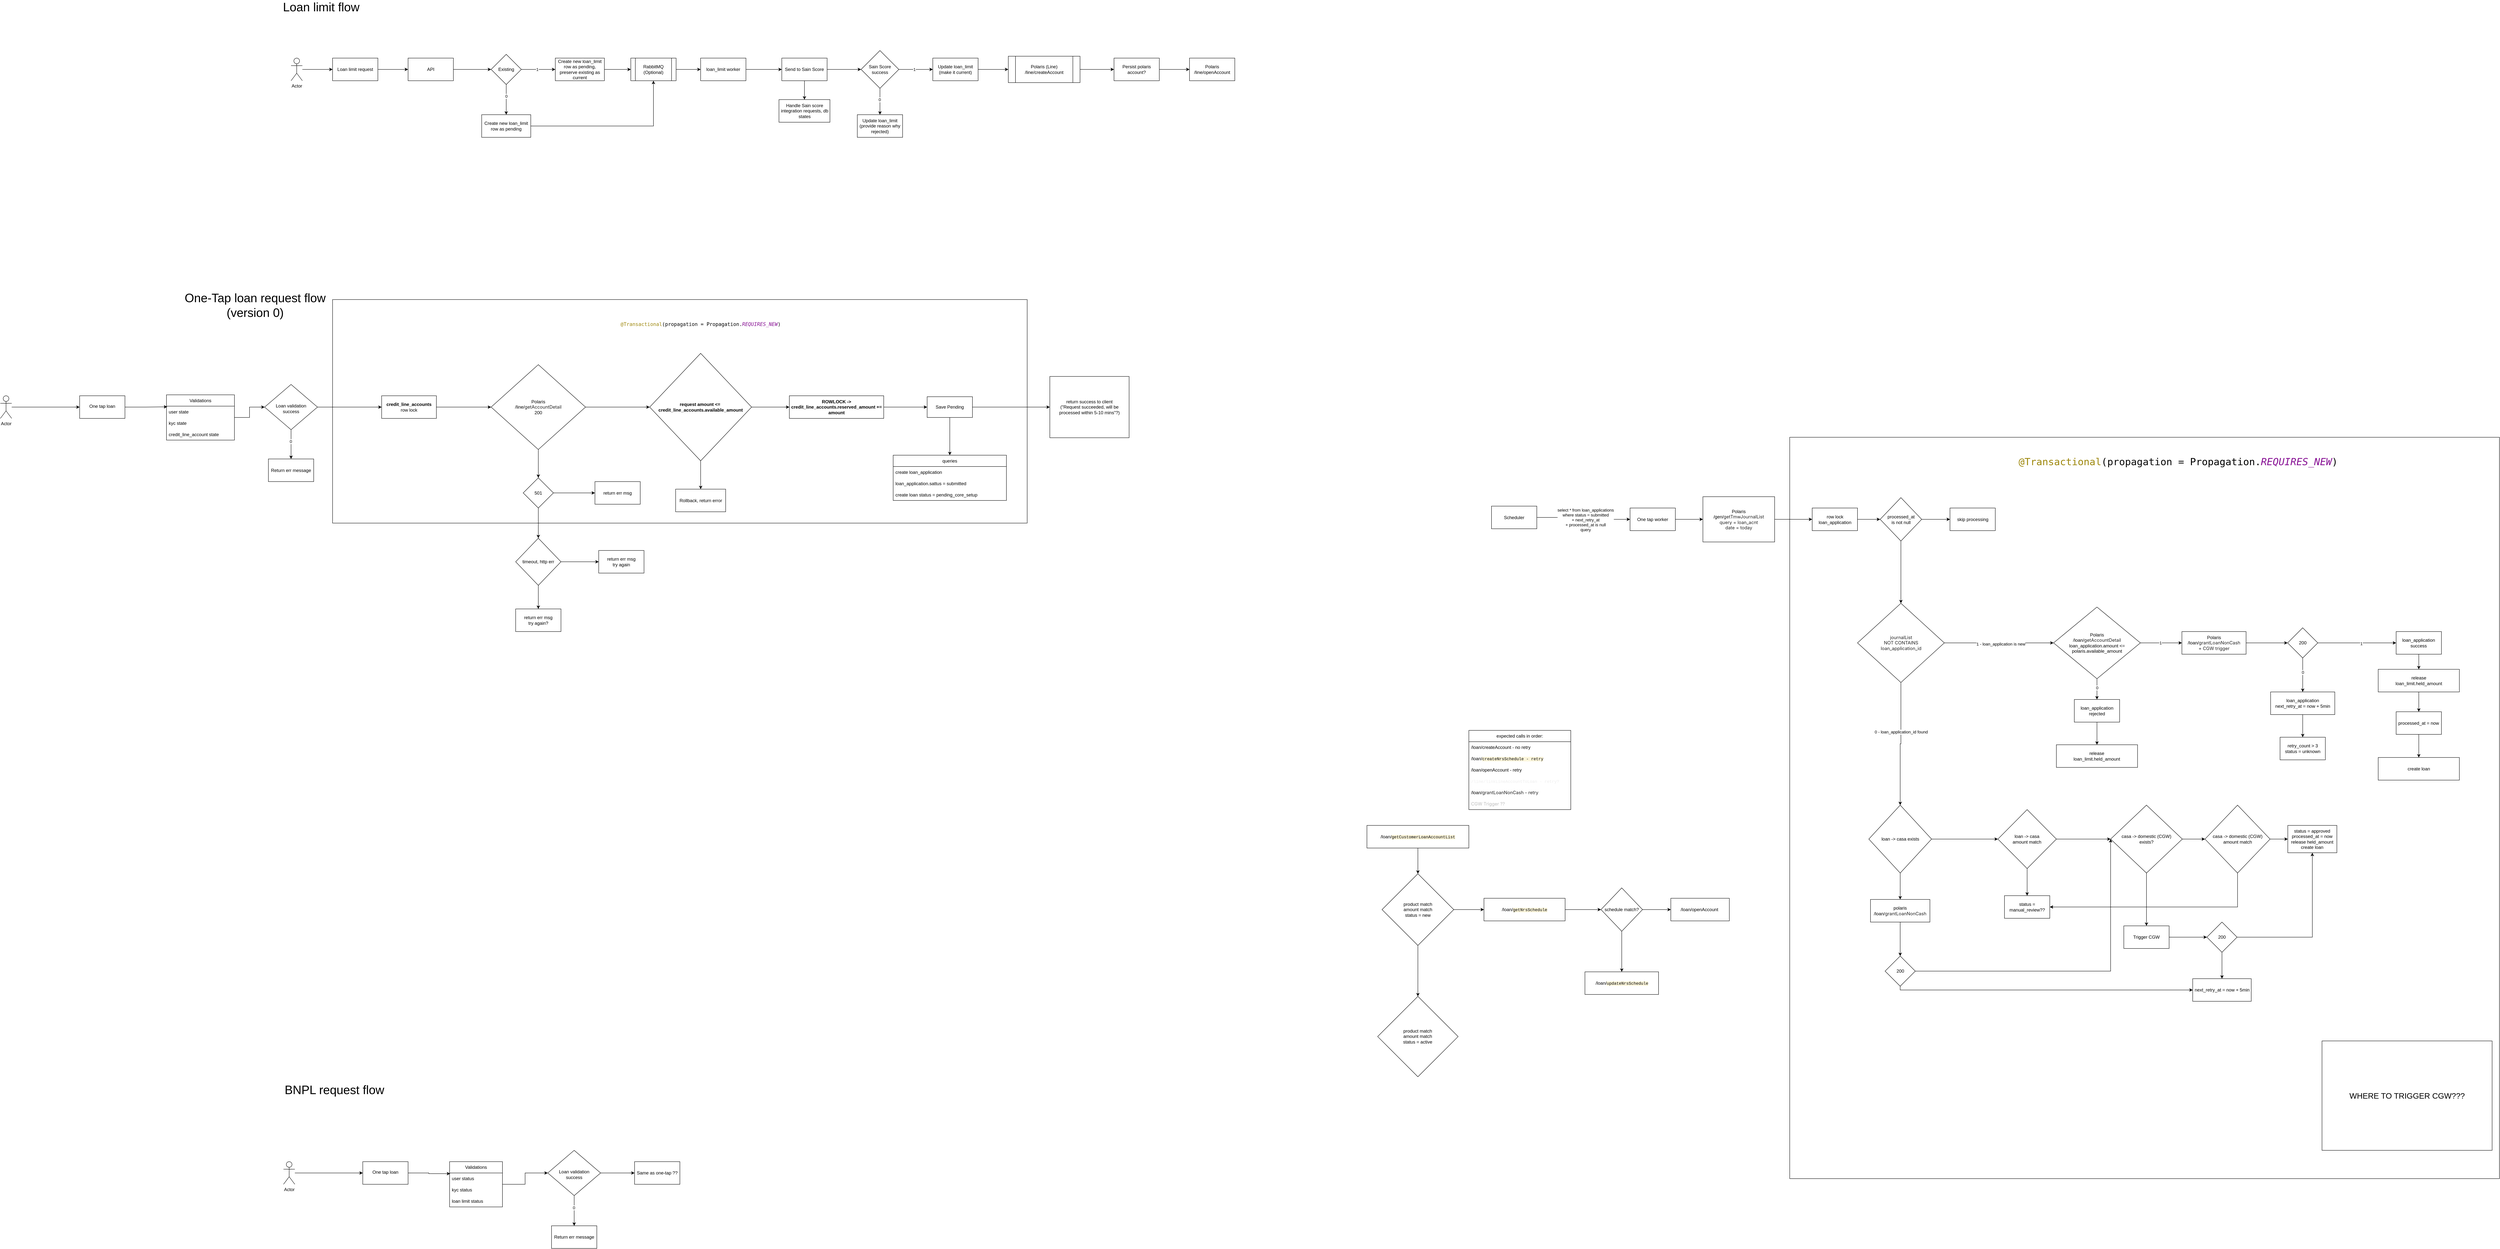
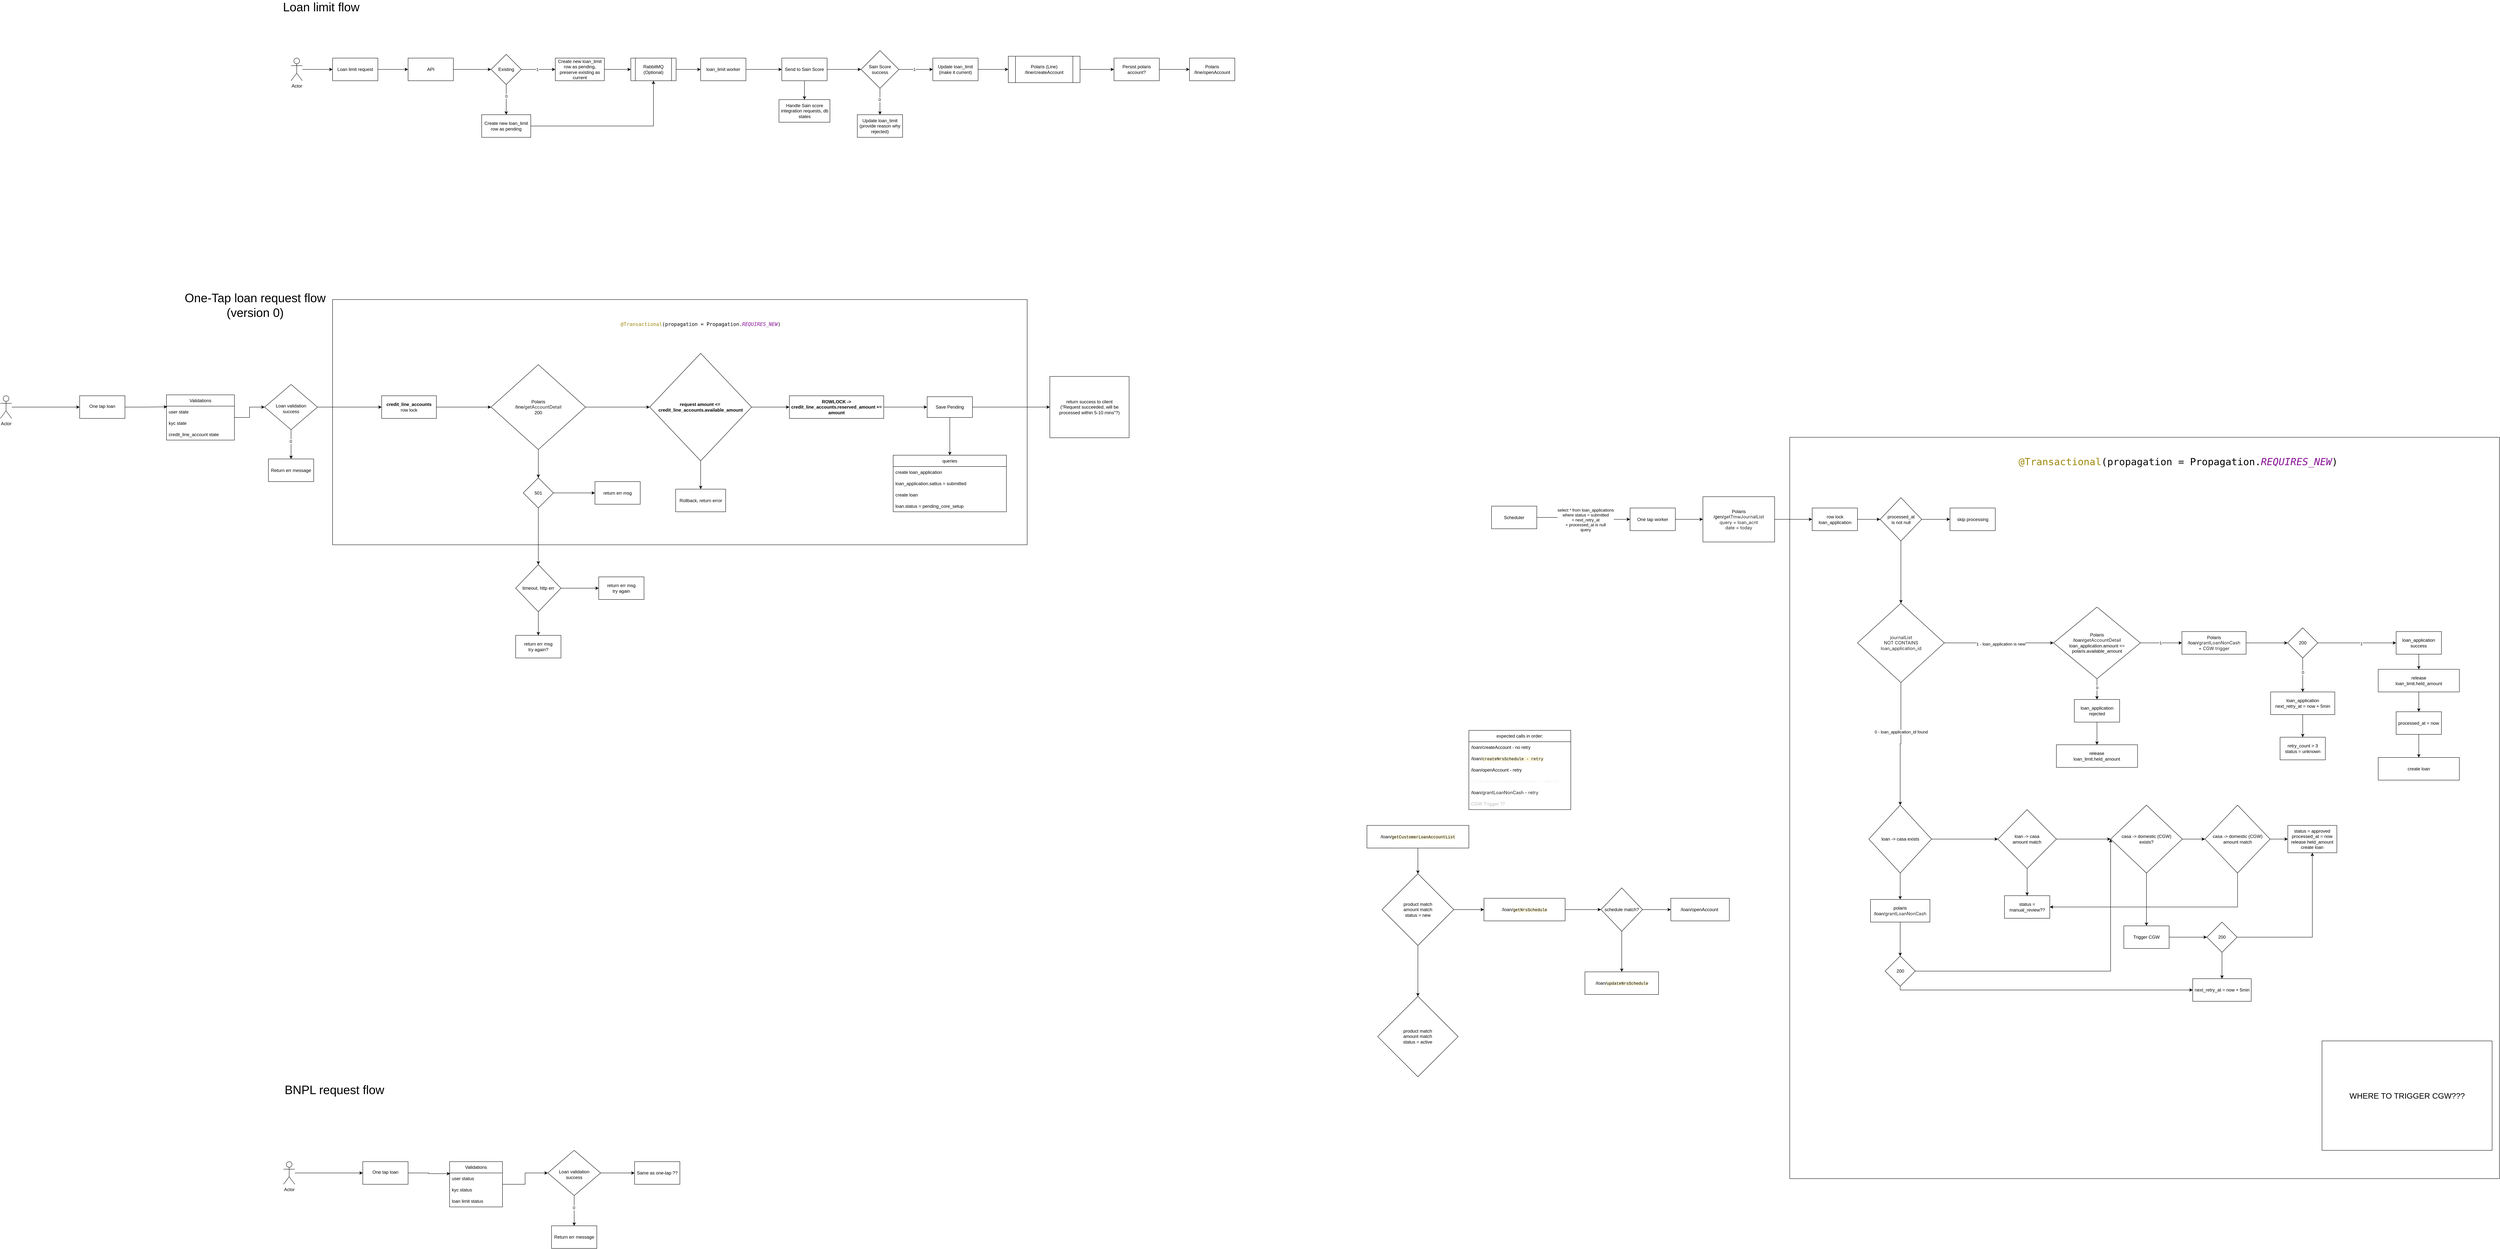
<mxfile host="app.diagrams.net">
  <diagram name="Page-1" id="VCBSuIh8bz7kurrQ0Zaz">
-     <mxGraphModel dx="2067" dy="712" grid="1" gridSize="10" guides="1" tooltips="1" connect="1" arrows="1" fold="1" page="1" pageScale="1" pageWidth="850" pageHeight="1100" math="0" shadow="0">
+     <mxGraphModel dx="2763" dy="1119" grid="1" gridSize="10" guides="1" tooltips="1" connect="1" arrows="1" fold="1" page="1" pageScale="1" pageWidth="850" pageHeight="1100" math="0" shadow="0">
      <root>
        <mxCell id="0" />
        <mxCell id="1" parent="0" />
        <mxCell id="In8fDh9ZLN2M87an2Miy-188" parent="1" style="rounded=0;whiteSpace=wrap;html=1;movable=0;resizable=0;rotatable=0;deletable=0;editable=0;locked=1;connectable=0;" value="" vertex="1">
          <mxGeometry height="1965" width="1880" x="4010" y="1215" as="geometry" />
        </mxCell>
-         <mxCell id="In8fDh9ZLN2M87an2Miy-172" parent="1" style="rounded=0;whiteSpace=wrap;html=1;movable=0;resizable=0;rotatable=0;deletable=0;editable=0;locked=1;connectable=0;" value="" vertex="1">
-           <mxGeometry height="592.5" width="1840" x="150" y="850" as="geometry" />
+         <mxCell id="In8fDh9ZLN2M87an2Miy-172" parent="1" style="rounded=0;whiteSpace=wrap;html=1;movable=1;resizable=1;rotatable=1;deletable=1;editable=1;locked=0;connectable=1;" value="" vertex="1">
+           <mxGeometry height="650" width="1840" x="150" y="850" as="geometry" />
        </mxCell>
        <mxCell id="KqixbsF9o6dLofBvsG9t-5" edge="1" parent="1" source="KqixbsF9o6dLofBvsG9t-1" style="edgeStyle=orthogonalEdgeStyle;rounded=0;orthogonalLoop=1;jettySize=auto;html=1;" target="KqixbsF9o6dLofBvsG9t-4" value="">
          <mxGeometry relative="1" as="geometry" />
        </mxCell>
        <mxCell id="KqixbsF9o6dLofBvsG9t-1" parent="1" style="rounded=0;whiteSpace=wrap;html=1;" value="Loan limit request" vertex="1">
          <mxGeometry height="60" width="120" x="150" y="210" as="geometry" />
        </mxCell>
        <mxCell id="KqixbsF9o6dLofBvsG9t-3" edge="1" parent="1" source="KqixbsF9o6dLofBvsG9t-2" style="edgeStyle=orthogonalEdgeStyle;rounded=0;orthogonalLoop=1;jettySize=auto;html=1;" target="KqixbsF9o6dLofBvsG9t-1" value="">
          <mxGeometry relative="1" as="geometry" />
        </mxCell>
        <mxCell id="KqixbsF9o6dLofBvsG9t-2" parent="1" style="shape=umlActor;verticalLabelPosition=bottom;verticalAlign=top;html=1;outlineConnect=0;" value="Actor" vertex="1">
          <mxGeometry height="60" width="30" x="40" y="210" as="geometry" />
        </mxCell>
        <mxCell id="KqixbsF9o6dLofBvsG9t-9" edge="1" parent="1" source="KqixbsF9o6dLofBvsG9t-4" style="edgeStyle=orthogonalEdgeStyle;rounded=0;orthogonalLoop=1;jettySize=auto;html=1;" target="KqixbsF9o6dLofBvsG9t-8" value="">
          <mxGeometry relative="1" as="geometry" />
        </mxCell>
        <mxCell id="KqixbsF9o6dLofBvsG9t-4" parent="1" style="rounded=0;whiteSpace=wrap;html=1;" value="API" vertex="1">
          <mxGeometry height="60" width="120" x="350" y="210" as="geometry" />
        </mxCell>
        <mxCell id="KqixbsF9o6dLofBvsG9t-11" edge="1" parent="1" source="KqixbsF9o6dLofBvsG9t-8" style="edgeStyle=orthogonalEdgeStyle;rounded=0;orthogonalLoop=1;jettySize=auto;html=1;" target="KqixbsF9o6dLofBvsG9t-10" value="">
          <mxGeometry relative="1" as="geometry" />
        </mxCell>
        <mxCell id="KqixbsF9o6dLofBvsG9t-12" connectable="0" parent="KqixbsF9o6dLofBvsG9t-11" style="edgeLabel;html=1;align=center;verticalAlign=middle;resizable=0;points=[];" value="1" vertex="1">
          <mxGeometry relative="1" x="-0.079" as="geometry">
            <mxPoint as="offset" />
          </mxGeometry>
        </mxCell>
        <mxCell id="KqixbsF9o6dLofBvsG9t-14" edge="1" parent="1" source="KqixbsF9o6dLofBvsG9t-8" style="edgeStyle=orthogonalEdgeStyle;rounded=0;orthogonalLoop=1;jettySize=auto;html=1;" target="KqixbsF9o6dLofBvsG9t-13" value="">
          <mxGeometry relative="1" as="geometry" />
        </mxCell>
        <mxCell id="KqixbsF9o6dLofBvsG9t-15" connectable="0" parent="KqixbsF9o6dLofBvsG9t-14" style="edgeLabel;html=1;align=center;verticalAlign=middle;resizable=0;points=[];" value="0" vertex="1">
          <mxGeometry relative="1" x="-0.2407" as="geometry">
            <mxPoint as="offset" />
          </mxGeometry>
        </mxCell>
        <mxCell id="KqixbsF9o6dLofBvsG9t-8" parent="1" style="rhombus;whiteSpace=wrap;html=1;rounded=0;" value="Existing" vertex="1">
          <mxGeometry height="80" width="80" x="570" y="200" as="geometry" />
        </mxCell>
        <mxCell id="KqixbsF9o6dLofBvsG9t-23" edge="1" parent="1" source="KqixbsF9o6dLofBvsG9t-10" style="edgeStyle=orthogonalEdgeStyle;rounded=0;orthogonalLoop=1;jettySize=auto;html=1;" target="KqixbsF9o6dLofBvsG9t-22" value="">
          <mxGeometry relative="1" as="geometry" />
        </mxCell>
        <mxCell id="KqixbsF9o6dLofBvsG9t-10" parent="1" style="whiteSpace=wrap;html=1;rounded=0;" value="Create new loan_limit row as pending, preserve existing as current" vertex="1">
          <mxGeometry height="60" width="130" x="740" y="210" as="geometry" />
        </mxCell>
        <mxCell id="KqixbsF9o6dLofBvsG9t-26" edge="1" parent="1" source="KqixbsF9o6dLofBvsG9t-13" style="edgeStyle=orthogonalEdgeStyle;rounded=0;orthogonalLoop=1;jettySize=auto;html=1;entryX=0.5;entryY=1;entryDx=0;entryDy=0;" target="KqixbsF9o6dLofBvsG9t-22">
          <mxGeometry relative="1" as="geometry" />
        </mxCell>
        <mxCell id="KqixbsF9o6dLofBvsG9t-13" parent="1" style="whiteSpace=wrap;html=1;rounded=0;" value="Create new loan_limit row as pending" vertex="1">
          <mxGeometry height="60" width="130" x="545" y="360" as="geometry" />
        </mxCell>
        <mxCell id="KqixbsF9o6dLofBvsG9t-25" edge="1" parent="1" source="KqixbsF9o6dLofBvsG9t-22" style="edgeStyle=orthogonalEdgeStyle;rounded=0;orthogonalLoop=1;jettySize=auto;html=1;" target="KqixbsF9o6dLofBvsG9t-24" value="">
          <mxGeometry relative="1" as="geometry" />
        </mxCell>
        <mxCell id="KqixbsF9o6dLofBvsG9t-22" parent="1" style="shape=process;whiteSpace=wrap;html=1;backgroundOutline=1;rounded=0;" value="RabbitMQ (Optional)" vertex="1">
          <mxGeometry height="60" width="120" x="940" y="210" as="geometry" />
        </mxCell>
        <mxCell id="KqixbsF9o6dLofBvsG9t-28" edge="1" parent="1" source="KqixbsF9o6dLofBvsG9t-24" style="edgeStyle=orthogonalEdgeStyle;rounded=0;orthogonalLoop=1;jettySize=auto;html=1;" target="KqixbsF9o6dLofBvsG9t-27" value="">
          <mxGeometry relative="1" as="geometry" />
        </mxCell>
        <mxCell id="KqixbsF9o6dLofBvsG9t-24" parent="1" style="whiteSpace=wrap;html=1;rounded=0;" value="loan_limit worker" vertex="1">
          <mxGeometry height="60" width="120" x="1125" y="210" as="geometry" />
        </mxCell>
        <mxCell id="KqixbsF9o6dLofBvsG9t-30" edge="1" parent="1" source="KqixbsF9o6dLofBvsG9t-27" style="edgeStyle=orthogonalEdgeStyle;rounded=0;orthogonalLoop=1;jettySize=auto;html=1;" target="KqixbsF9o6dLofBvsG9t-29" value="">
          <mxGeometry relative="1" as="geometry" />
        </mxCell>
        <mxCell id="KqixbsF9o6dLofBvsG9t-38" edge="1" parent="1" source="KqixbsF9o6dLofBvsG9t-27" style="edgeStyle=orthogonalEdgeStyle;rounded=0;orthogonalLoop=1;jettySize=auto;html=1;" target="KqixbsF9o6dLofBvsG9t-37" value="">
          <mxGeometry relative="1" as="geometry" />
        </mxCell>
        <mxCell id="KqixbsF9o6dLofBvsG9t-27" parent="1" style="whiteSpace=wrap;html=1;rounded=0;" value="Send to Sain Score" vertex="1">
          <mxGeometry height="60" width="120" x="1340" y="210" as="geometry" />
        </mxCell>
        <mxCell id="KqixbsF9o6dLofBvsG9t-32" edge="1" parent="1" source="KqixbsF9o6dLofBvsG9t-29" style="edgeStyle=orthogonalEdgeStyle;rounded=0;orthogonalLoop=1;jettySize=auto;html=1;" target="KqixbsF9o6dLofBvsG9t-31" value="">
          <mxGeometry relative="1" as="geometry" />
        </mxCell>
        <mxCell id="KqixbsF9o6dLofBvsG9t-33" connectable="0" parent="KqixbsF9o6dLofBvsG9t-32" style="edgeLabel;html=1;align=center;verticalAlign=middle;resizable=0;points=[];" value="1" vertex="1">
          <mxGeometry relative="1" x="-0.1048" as="geometry">
            <mxPoint as="offset" />
          </mxGeometry>
        </mxCell>
        <mxCell id="KqixbsF9o6dLofBvsG9t-35" edge="1" parent="1" source="KqixbsF9o6dLofBvsG9t-29" style="edgeStyle=orthogonalEdgeStyle;rounded=0;orthogonalLoop=1;jettySize=auto;html=1;" target="KqixbsF9o6dLofBvsG9t-34" value="">
          <mxGeometry relative="1" as="geometry" />
        </mxCell>
        <mxCell id="KqixbsF9o6dLofBvsG9t-36" connectable="0" parent="KqixbsF9o6dLofBvsG9t-35" style="edgeLabel;html=1;align=center;verticalAlign=middle;resizable=0;points=[];" value="0" vertex="1">
          <mxGeometry relative="1" x="-0.1429" y="-1" as="geometry">
            <mxPoint as="offset" />
          </mxGeometry>
        </mxCell>
        <mxCell id="KqixbsF9o6dLofBvsG9t-29" parent="1" style="rhombus;whiteSpace=wrap;html=1;rounded=0;" value="Sain Score success" vertex="1">
          <mxGeometry height="100" width="100" x="1550" y="190" as="geometry" />
        </mxCell>
        <mxCell id="KqixbsF9o6dLofBvsG9t-66" edge="1" parent="1" source="KqixbsF9o6dLofBvsG9t-31" style="edgeStyle=orthogonalEdgeStyle;rounded=0;orthogonalLoop=1;jettySize=auto;html=1;" target="KqixbsF9o6dLofBvsG9t-65" value="">
          <mxGeometry relative="1" as="geometry" />
        </mxCell>
        <mxCell id="KqixbsF9o6dLofBvsG9t-31" parent="1" style="whiteSpace=wrap;html=1;rounded=0;" value="Update loan_limit (make it current)" vertex="1">
          <mxGeometry height="60" width="120" x="1740" y="210" as="geometry" />
        </mxCell>
        <mxCell id="KqixbsF9o6dLofBvsG9t-34" parent="1" style="whiteSpace=wrap;html=1;rounded=0;" value="Update loan_limit&lt;br&gt;(provide reason why rejected)" vertex="1">
          <mxGeometry height="60" width="120" x="1540" y="360" as="geometry" />
        </mxCell>
        <mxCell id="KqixbsF9o6dLofBvsG9t-37" parent="1" style="whiteSpace=wrap;html=1;rounded=0;" value="Handle Sain score integration requests, db states" vertex="1">
          <mxGeometry height="60" width="135" x="1332.5" y="320" as="geometry" />
        </mxCell>
        <mxCell id="KqixbsF9o6dLofBvsG9t-40" parent="1" style="text;html=1;whiteSpace=wrap;strokeColor=none;fillColor=none;align=center;verticalAlign=middle;rounded=0;fontSize=32;" value="Loan limit flow" vertex="1">
          <mxGeometry height="30" width="260" x="-10" y="60" as="geometry" />
        </mxCell>
        <mxCell id="KqixbsF9o6dLofBvsG9t-74" edge="1" parent="1" source="KqixbsF9o6dLofBvsG9t-65" style="edgeStyle=orthogonalEdgeStyle;rounded=0;orthogonalLoop=1;jettySize=auto;html=1;" target="KqixbsF9o6dLofBvsG9t-73" value="">
          <mxGeometry relative="1" as="geometry" />
        </mxCell>
        <mxCell id="KqixbsF9o6dLofBvsG9t-65" parent="1" style="shape=process;whiteSpace=wrap;html=1;backgroundOutline=1;rounded=0;" value="Polaris (Line)&lt;br&gt;/line/createAccount" vertex="1">
          <mxGeometry height="70" width="190" x="1940" y="205" as="geometry" />
        </mxCell>
        <mxCell id="P7TJZT1PVnBYbLh7lMs1-4" edge="1" parent="1" source="KqixbsF9o6dLofBvsG9t-73" style="edgeStyle=orthogonalEdgeStyle;rounded=0;orthogonalLoop=1;jettySize=auto;html=1;" target="P7TJZT1PVnBYbLh7lMs1-3" value="">
          <mxGeometry relative="1" as="geometry" />
        </mxCell>
        <mxCell id="KqixbsF9o6dLofBvsG9t-73" parent="1" style="whiteSpace=wrap;html=1;rounded=0;" value="Persist polaris account?" vertex="1">
          <mxGeometry height="60" width="120" x="2220" y="210" as="geometry" />
        </mxCell>
        <mxCell id="U8Ajh8Gpa-m2DNKNFQys-1" parent="1" style="text;html=1;whiteSpace=wrap;strokeColor=none;fillColor=none;align=center;verticalAlign=middle;rounded=0;fontSize=32;" value="One-Tap loan request flow (version 0)" vertex="1">
          <mxGeometry height="30" width="470" x="-290" y="850" as="geometry" />
        </mxCell>
        <mxCell id="In8fDh9ZLN2M87an2Miy-1" edge="1" parent="1" source="In8fDh9ZLN2M87an2Miy-2" style="edgeStyle=orthogonalEdgeStyle;rounded=0;orthogonalLoop=1;jettySize=auto;html=1;" target="In8fDh9ZLN2M87an2Miy-4" value="">
          <mxGeometry relative="1" as="geometry" />
        </mxCell>
        <mxCell id="In8fDh9ZLN2M87an2Miy-2" parent="1" style="shape=umlActor;verticalLabelPosition=bottom;verticalAlign=top;html=1;outlineConnect=0;" value="Actor" vertex="1">
          <mxGeometry height="60" width="30" x="-730" y="1105" as="geometry" />
        </mxCell>
        <mxCell id="In8fDh9ZLN2M87an2Miy-3" edge="1" parent="1" source="In8fDh9ZLN2M87an2Miy-4" style="edgeStyle=orthogonalEdgeStyle;rounded=0;orthogonalLoop=1;jettySize=auto;html=1;entryX=0.011;entryY=0.06;entryDx=0;entryDy=0;entryPerimeter=0;" target="In8fDh9ZLN2M87an2Miy-28" value="">
          <mxGeometry relative="1" as="geometry">
            <mxPoint x="-310" y="1132.5" as="targetPoint" />
          </mxGeometry>
        </mxCell>
        <mxCell id="In8fDh9ZLN2M87an2Miy-4" parent="1" style="whiteSpace=wrap;html=1;verticalAlign=top;" value="&lt;div&gt;&lt;br&gt;&lt;/div&gt;&lt;div&gt;One tap loan&lt;/div&gt;" vertex="1">
          <mxGeometry height="60" width="120" x="-520" y="1105" as="geometry" />
        </mxCell>
        <mxCell id="In8fDh9ZLN2M87an2Miy-7" edge="1" parent="1" source="In8fDh9ZLN2M87an2Miy-9" style="edgeStyle=orthogonalEdgeStyle;rounded=0;orthogonalLoop=1;jettySize=auto;html=1;" target="In8fDh9ZLN2M87an2Miy-13" value="">
          <mxGeometry relative="1" as="geometry" />
        </mxCell>
        <mxCell id="In8fDh9ZLN2M87an2Miy-8" connectable="0" parent="In8fDh9ZLN2M87an2Miy-7" style="edgeLabel;html=1;align=center;verticalAlign=middle;resizable=0;points=[];" value="0" vertex="1">
          <mxGeometry relative="1" x="-0.2091" y="-1" as="geometry">
            <mxPoint as="offset" />
          </mxGeometry>
        </mxCell>
        <mxCell id="P7TJZT1PVnBYbLh7lMs1-36" edge="1" parent="1" source="In8fDh9ZLN2M87an2Miy-9" style="edgeStyle=orthogonalEdgeStyle;rounded=0;orthogonalLoop=1;jettySize=auto;html=1;entryX=0;entryY=0.5;entryDx=0;entryDy=0;" target="In8fDh9ZLN2M87an2Miy-161">
          <mxGeometry relative="1" as="geometry" />
        </mxCell>
        <mxCell id="In8fDh9ZLN2M87an2Miy-9" parent="1" style="rhombus;whiteSpace=wrap;html=1;verticalAlign=top;" value="&lt;br&gt;&lt;br&gt;&lt;div&gt;&lt;br&gt;&lt;/div&gt;&lt;div&gt;Loan validation&lt;br&gt;success&lt;/div&gt;" vertex="1">
          <mxGeometry height="120" width="140" x="-30" y="1075" as="geometry" />
        </mxCell>
        <mxCell id="In8fDh9ZLN2M87an2Miy-10" edge="1" parent="1" source="In8fDh9ZLN2M87an2Miy-12" style="edgeStyle=orthogonalEdgeStyle;rounded=0;orthogonalLoop=1;jettySize=auto;html=1;entryX=0.5;entryY=0;entryDx=0;entryDy=0;" target="In8fDh9ZLN2M87an2Miy-14">
          <mxGeometry relative="1" as="geometry" />
        </mxCell>
        <mxCell id="In8fDh9ZLN2M87an2Miy-54" edge="1" parent="1" source="In8fDh9ZLN2M87an2Miy-105" style="edgeStyle=orthogonalEdgeStyle;rounded=0;orthogonalLoop=1;jettySize=auto;html=1;exitX=1;exitY=0.5;exitDx=0;exitDy=0;" target="In8fDh9ZLN2M87an2Miy-53" value="">
          <mxGeometry relative="1" as="geometry">
            <mxPoint x="3329.5" y="1432.5" as="sourcePoint" />
          </mxGeometry>
        </mxCell>
        <mxCell id="In8fDh9ZLN2M87an2Miy-55" connectable="0" parent="In8fDh9ZLN2M87an2Miy-54" style="edgeLabel;html=1;align=center;verticalAlign=middle;resizable=0;points=[];" value="select * from loan_applications&lt;br&gt;where status = submitted&lt;br&gt;+ next_retry_at&lt;br&gt;+ processed_at is null&lt;br&gt;query" vertex="1">
          <mxGeometry relative="1" x="0.0637" y="-1" as="geometry">
            <mxPoint as="offset" />
          </mxGeometry>
        </mxCell>
        <mxCell id="In8fDh9ZLN2M87an2Miy-246" edge="1" parent="1" source="In8fDh9ZLN2M87an2Miy-12" style="edgeStyle=orthogonalEdgeStyle;rounded=0;orthogonalLoop=1;jettySize=auto;html=1;entryX=0;entryY=0.5;entryDx=0;entryDy=0;" target="In8fDh9ZLN2M87an2Miy-185">
          <mxGeometry relative="1" as="geometry">
            <mxPoint x="2120" y="1137" as="targetPoint" />
          </mxGeometry>
        </mxCell>
        <mxCell id="In8fDh9ZLN2M87an2Miy-12" parent="1" style="whiteSpace=wrap;html=1;verticalAlign=middle;" value="Save Pending" vertex="1">
          <mxGeometry height="55" width="120" x="1725" y="1107.5" as="geometry" />
        </mxCell>
        <mxCell id="In8fDh9ZLN2M87an2Miy-13" parent="1" style="whiteSpace=wrap;html=1;verticalAlign=middle;" value="Return err message" vertex="1">
          <mxGeometry height="60" width="120" x="-20" y="1272.5" as="geometry" />
        </mxCell>
        <mxCell id="In8fDh9ZLN2M87an2Miy-14" parent="1" style="swimlane;fontStyle=0;childLayout=stackLayout;horizontal=1;startSize=30;horizontalStack=0;resizeParent=1;resizeParentMax=0;resizeLast=0;collapsible=1;marginBottom=0;whiteSpace=wrap;html=1;" value="queries" vertex="1">
-           <mxGeometry height="120" width="300" x="1635" y="1262.5" as="geometry" />
+           <mxGeometry height="150" width="300" x="1635" y="1262.5" as="geometry" />
        </mxCell>
        <mxCell id="In8fDh9ZLN2M87an2Miy-15" parent="In8fDh9ZLN2M87an2Miy-14" style="text;strokeColor=none;fillColor=none;align=left;verticalAlign=middle;spacingLeft=4;spacingRight=4;overflow=hidden;points=[[0,0.5],[1,0.5]];portConstraint=eastwest;rotatable=0;whiteSpace=wrap;html=1;" value="create loan_application" vertex="1">
          <mxGeometry height="30" width="300" y="30" as="geometry" />
        </mxCell>
        <mxCell id="In8fDh9ZLN2M87an2Miy-104" parent="In8fDh9ZLN2M87an2Miy-14" style="text;strokeColor=none;fillColor=none;align=left;verticalAlign=middle;spacingLeft=4;spacingRight=4;overflow=hidden;points=[[0,0.5],[1,0.5]];portConstraint=eastwest;rotatable=0;whiteSpace=wrap;html=1;" value="loan_application.sattus = submitted" vertex="1">
          <mxGeometry height="30" width="300" y="60" as="geometry" />
        </mxCell>
-         <mxCell id="In8fDh9ZLN2M87an2Miy-17" parent="In8fDh9ZLN2M87an2Miy-14" style="text;strokeColor=none;fillColor=none;align=left;verticalAlign=middle;spacingLeft=4;spacingRight=4;overflow=hidden;points=[[0,0.5],[1,0.5]];portConstraint=eastwest;rotatable=0;whiteSpace=wrap;html=1;" value="create loan status = pending_core_setup" vertex="1">
+         <mxCell id="In8fDh9ZLN2M87an2Miy-17" parent="In8fDh9ZLN2M87an2Miy-14" style="text;strokeColor=none;fillColor=none;align=left;verticalAlign=middle;spacingLeft=4;spacingRight=4;overflow=hidden;points=[[0,0.5],[1,0.5]];portConstraint=eastwest;rotatable=0;whiteSpace=wrap;html=1;" value="create loan" vertex="1">
          <mxGeometry height="30" width="300" y="90" as="geometry" />
+         </mxCell>
+         <mxCell id="P7TJZT1PVnBYbLh7lMs1-40" parent="In8fDh9ZLN2M87an2Miy-14" style="text;strokeColor=none;fillColor=none;align=left;verticalAlign=middle;spacingLeft=4;spacingRight=4;overflow=hidden;points=[[0,0.5],[1,0.5]];portConstraint=eastwest;rotatable=0;whiteSpace=wrap;html=1;" value="loan.status = pending_core_setup" vertex="1">
+           <mxGeometry height="30" width="300" y="120" as="geometry" />
        </mxCell>
        <mxCell id="In8fDh9ZLN2M87an2Miy-32" edge="1" parent="1" source="In8fDh9ZLN2M87an2Miy-27" style="edgeStyle=orthogonalEdgeStyle;rounded=0;orthogonalLoop=1;jettySize=auto;html=1;entryX=0;entryY=0.5;entryDx=0;entryDy=0;" target="In8fDh9ZLN2M87an2Miy-9">
          <mxGeometry relative="1" as="geometry" />
        </mxCell>
        <mxCell id="In8fDh9ZLN2M87an2Miy-27" parent="1" style="swimlane;fontStyle=0;childLayout=stackLayout;horizontal=1;startSize=30;horizontalStack=0;resizeParent=1;resizeParentMax=0;resizeLast=0;collapsible=1;marginBottom=0;whiteSpace=wrap;html=1;" value="Validations" vertex="1">
          <mxGeometry height="120" width="180" x="-290" y="1102.5" as="geometry" />
        </mxCell>
        <mxCell id="In8fDh9ZLN2M87an2Miy-28" parent="In8fDh9ZLN2M87an2Miy-27" style="text;strokeColor=none;fillColor=none;align=left;verticalAlign=middle;spacingLeft=4;spacingRight=4;overflow=hidden;points=[[0,0.5],[1,0.5]];portConstraint=eastwest;rotatable=0;whiteSpace=wrap;html=1;" value="user state" vertex="1">
          <mxGeometry height="30" width="180" y="30" as="geometry" />
        </mxCell>
        <mxCell id="In8fDh9ZLN2M87an2Miy-29" parent="In8fDh9ZLN2M87an2Miy-27" style="text;strokeColor=none;fillColor=none;align=left;verticalAlign=middle;spacingLeft=4;spacingRight=4;overflow=hidden;points=[[0,0.5],[1,0.5]];portConstraint=eastwest;rotatable=0;whiteSpace=wrap;html=1;" value="kyc state" vertex="1">
          <mxGeometry height="30" width="180" y="60" as="geometry" />
        </mxCell>
        <mxCell id="In8fDh9ZLN2M87an2Miy-33" parent="In8fDh9ZLN2M87an2Miy-27" style="text;strokeColor=none;fillColor=none;align=left;verticalAlign=middle;spacingLeft=4;spacingRight=4;overflow=hidden;points=[[0,0.5],[1,0.5]];portConstraint=eastwest;rotatable=0;whiteSpace=wrap;html=1;" value="credit_line_account state" vertex="1">
          <mxGeometry height="30" width="180" y="90" as="geometry" />
        </mxCell>
        <mxCell id="In8fDh9ZLN2M87an2Miy-116" edge="1" parent="1" source="In8fDh9ZLN2M87an2Miy-53" style="edgeStyle=orthogonalEdgeStyle;rounded=0;orthogonalLoop=1;jettySize=auto;html=1;entryX=0;entryY=0.5;entryDx=0;entryDy=0;" target="In8fDh9ZLN2M87an2Miy-68">
          <mxGeometry relative="1" as="geometry" />
        </mxCell>
        <mxCell id="In8fDh9ZLN2M87an2Miy-53" parent="1" style="whiteSpace=wrap;html=1;" value="One tap worker" vertex="1">
          <mxGeometry height="60" width="120" x="3587" y="1402.5" as="geometry" />
        </mxCell>
        <mxCell id="In8fDh9ZLN2M87an2Miy-67" edge="1" parent="1" source="In8fDh9ZLN2M87an2Miy-58" style="edgeStyle=orthogonalEdgeStyle;rounded=0;orthogonalLoop=1;jettySize=auto;html=1;entryX=0;entryY=0.5;entryDx=0;entryDy=0;" target="In8fDh9ZLN2M87an2Miy-66" value="">
          <mxGeometry relative="1" as="geometry">
            <mxPoint x="5343.87" y="1760" as="targetPoint" />
          </mxGeometry>
        </mxCell>
        <mxCell id="In8fDh9ZLN2M87an2Miy-58" parent="1" style="whiteSpace=wrap;html=1;" value="Polaris /loan/&lt;span style=&quot;color: rgb(33, 33, 33); font-family: Inter, system-ui, -apple-system, &amp;quot;system-ui&amp;quot;, &amp;quot;Segoe UI&amp;quot;, Roboto, Oxygen, Ubuntu, Cantarell, &amp;quot;Fira Sans&amp;quot;, &amp;quot;Droid Sans&amp;quot;, Helvetica, Arial, sans-serif; text-align: left; white-space: pre-wrap; background-color: rgb(255, 255, 255);&quot;&gt;grantLoanNonCash&lt;br/&gt;+ CGW trigger&lt;/span&gt;" vertex="1">
          <mxGeometry height="60" width="170" x="5048.87" y="1730" as="geometry" />
        </mxCell>
        <mxCell id="In8fDh9ZLN2M87an2Miy-62" edge="1" parent="1" source="In8fDh9ZLN2M87an2Miy-59" style="edgeStyle=orthogonalEdgeStyle;rounded=0;orthogonalLoop=1;jettySize=auto;html=1;" target="In8fDh9ZLN2M87an2Miy-61" value="">
          <mxGeometry relative="1" as="geometry" />
        </mxCell>
        <mxCell id="In8fDh9ZLN2M87an2Miy-91" connectable="0" parent="In8fDh9ZLN2M87an2Miy-62" style="edgeLabel;html=1;align=center;verticalAlign=middle;resizable=0;points=[];" value="0" vertex="1">
          <mxGeometry relative="1" x="-0.1431" as="geometry">
            <mxPoint as="offset" />
          </mxGeometry>
        </mxCell>
        <mxCell id="In8fDh9ZLN2M87an2Miy-65" edge="1" parent="1" source="In8fDh9ZLN2M87an2Miy-59" style="edgeStyle=orthogonalEdgeStyle;rounded=0;orthogonalLoop=1;jettySize=auto;html=1;" target="In8fDh9ZLN2M87an2Miy-58">
          <mxGeometry relative="1" as="geometry" />
        </mxCell>
        <mxCell id="In8fDh9ZLN2M87an2Miy-90" connectable="0" parent="In8fDh9ZLN2M87an2Miy-65" style="edgeLabel;html=1;align=center;verticalAlign=middle;resizable=0;points=[];" value="1" vertex="1">
          <mxGeometry relative="1" x="-0.0451" as="geometry">
            <mxPoint as="offset" />
          </mxGeometry>
        </mxCell>
        <mxCell id="In8fDh9ZLN2M87an2Miy-59" parent="1" style="rhombus;whiteSpace=wrap;html=1;" value="Polaris&lt;br&gt;/loan/&lt;span style=&quot;color: rgb(33, 33, 33); font-family: Inter, system-ui, -apple-system, &amp;quot;system-ui&amp;quot;, &amp;quot;Segoe UI&amp;quot;, Roboto, Oxygen, Ubuntu, Cantarell, &amp;quot;Fira Sans&amp;quot;, &amp;quot;Droid Sans&amp;quot;, Helvetica, Arial, sans-serif; text-align: left; white-space: pre-wrap; background-color: rgb(255, 255, 255);&quot;&gt;getAccountDetail&lt;/span&gt;&lt;br&gt;loan_application.amount &amp;lt;= polaris.available_amount" vertex="1">
          <mxGeometry height="190" width="230" x="4708.87" y="1665" as="geometry" />
        </mxCell>
        <mxCell id="In8fDh9ZLN2M87an2Miy-64" edge="1" parent="1" source="In8fDh9ZLN2M87an2Miy-61" style="edgeStyle=orthogonalEdgeStyle;rounded=0;orthogonalLoop=1;jettySize=auto;html=1;" target="In8fDh9ZLN2M87an2Miy-63" value="">
          <mxGeometry relative="1" as="geometry" />
        </mxCell>
        <mxCell id="In8fDh9ZLN2M87an2Miy-61" parent="1" style="whiteSpace=wrap;html=1;" value="loan_application&lt;br&gt;rejected" vertex="1">
          <mxGeometry height="60" width="120" x="4763.87" y="1910" as="geometry" />
        </mxCell>
        <mxCell id="In8fDh9ZLN2M87an2Miy-63" parent="1" style="whiteSpace=wrap;html=1;" value="release &lt;br&gt;loan_limit.held_amount" vertex="1">
          <mxGeometry height="60" width="215" x="4716.37" y="2030" as="geometry" />
        </mxCell>
        <mxCell id="In8fDh9ZLN2M87an2Miy-81" edge="1" parent="1" source="In8fDh9ZLN2M87an2Miy-66" style="edgeStyle=orthogonalEdgeStyle;rounded=0;orthogonalLoop=1;jettySize=auto;html=1;entryX=0;entryY=0.5;entryDx=0;entryDy=0;" target="In8fDh9ZLN2M87an2Miy-79">
          <mxGeometry relative="1" as="geometry" />
        </mxCell>
        <mxCell id="In8fDh9ZLN2M87an2Miy-92" connectable="0" parent="In8fDh9ZLN2M87an2Miy-81" style="edgeLabel;html=1;align=center;verticalAlign=middle;resizable=0;points=[];" value="1" vertex="1">
          <mxGeometry relative="1" x="0.1055" y="-2" as="geometry">
            <mxPoint as="offset" />
          </mxGeometry>
        </mxCell>
        <mxCell id="In8fDh9ZLN2M87an2Miy-83" edge="1" parent="1" source="In8fDh9ZLN2M87an2Miy-66" style="edgeStyle=orthogonalEdgeStyle;rounded=0;orthogonalLoop=1;jettySize=auto;html=1;" target="In8fDh9ZLN2M87an2Miy-82" value="">
          <mxGeometry relative="1" as="geometry" />
        </mxCell>
        <mxCell id="In8fDh9ZLN2M87an2Miy-93" connectable="0" parent="In8fDh9ZLN2M87an2Miy-83" style="edgeLabel;html=1;align=center;verticalAlign=middle;resizable=0;points=[];" value="0" vertex="1">
          <mxGeometry relative="1" x="-0.1623" as="geometry">
            <mxPoint as="offset" />
          </mxGeometry>
        </mxCell>
        <mxCell id="In8fDh9ZLN2M87an2Miy-66" parent="1" style="rhombus;whiteSpace=wrap;html=1;" value="200" vertex="1">
          <mxGeometry height="80" width="80" x="5328.87" y="1720" as="geometry" />
        </mxCell>
        <mxCell id="In8fDh9ZLN2M87an2Miy-119" edge="1" parent="1" source="In8fDh9ZLN2M87an2Miy-68" style="edgeStyle=orthogonalEdgeStyle;rounded=0;orthogonalLoop=1;jettySize=auto;html=1;" target="In8fDh9ZLN2M87an2Miy-118" value="">
          <mxGeometry relative="1" as="geometry" />
        </mxCell>
        <mxCell id="In8fDh9ZLN2M87an2Miy-68" parent="1" style="whiteSpace=wrap;html=1;" value="Polaris&lt;br&gt;/gen/&lt;span style=&quot;white-space: pre-wrap; color: rgb(33, 33, 33); font-family: Inter, system-ui, -apple-system, &amp;quot;system-ui&amp;quot;, &amp;quot;Segoe UI&amp;quot;, Roboto, Oxygen, Ubuntu, Cantarell, &amp;quot;Fira Sans&amp;quot;, &amp;quot;Droid Sans&amp;quot;, Helvetica, Arial, sans-serif; text-align: left; background-color: rgb(255, 255, 255);&quot;&gt;getTmwJournalList&lt;br&gt;query = loan_acnt&lt;br/&gt;date = today&lt;/span&gt;" vertex="1">
          <mxGeometry height="120" width="190" x="3780" y="1372.5" as="geometry" />
        </mxCell>
        <mxCell id="In8fDh9ZLN2M87an2Miy-71" edge="1" parent="1" source="In8fDh9ZLN2M87an2Miy-69" style="edgeStyle=orthogonalEdgeStyle;rounded=0;orthogonalLoop=1;jettySize=auto;html=1;entryX=0;entryY=0.5;entryDx=0;entryDy=0;" target="In8fDh9ZLN2M87an2Miy-59">
          <mxGeometry relative="1" as="geometry" />
        </mxCell>
        <mxCell id="In8fDh9ZLN2M87an2Miy-77" connectable="0" parent="In8fDh9ZLN2M87an2Miy-71" style="edgeLabel;html=1;align=center;verticalAlign=middle;resizable=0;points=[];" value="1 - loan_application is new" vertex="1">
          <mxGeometry relative="1" x="0.0312" y="-3" as="geometry">
            <mxPoint as="offset" />
          </mxGeometry>
        </mxCell>
        <mxCell id="In8fDh9ZLN2M87an2Miy-73" edge="1" parent="1" source="In8fDh9ZLN2M87an2Miy-69" style="edgeStyle=orthogonalEdgeStyle;rounded=0;orthogonalLoop=1;jettySize=auto;html=1;entryX=0.5;entryY=0;entryDx=0;entryDy=0;" target="In8fDh9ZLN2M87an2Miy-111" value="">
          <mxGeometry relative="1" as="geometry">
            <mxPoint x="4303.87" y="1960" as="targetPoint" />
          </mxGeometry>
        </mxCell>
        <mxCell id="In8fDh9ZLN2M87an2Miy-74" connectable="0" parent="In8fDh9ZLN2M87an2Miy-73" style="edgeLabel;html=1;align=center;verticalAlign=middle;resizable=0;points=[];" value="0 - loan_application_id found" vertex="1">
          <mxGeometry relative="1" x="-0.1975" as="geometry">
            <mxPoint as="offset" />
          </mxGeometry>
        </mxCell>
        <mxCell id="In8fDh9ZLN2M87an2Miy-69" parent="1" style="rhombus;whiteSpace=wrap;html=1;verticalAlign=middle;" value="&lt;div style=&quot;text-align: center;&quot;&gt;&lt;span style=&quot;background-color: light-dark(rgb(255, 255, 255), rgb(18, 18, 18)); color: light-dark(rgb(33, 33, 33), rgb(209, 209, 209)); font-family: Inter, system-ui, -apple-system, &amp;quot;system-ui&amp;quot;, &amp;quot;Segoe UI&amp;quot;, Roboto, Oxygen, Ubuntu, Cantarell, &amp;quot;Fira Sans&amp;quot;, &amp;quot;Droid Sans&amp;quot;, Helvetica, Arial, sans-serif; text-align: left; white-space: pre-wrap;&quot;&gt;journalList&lt;br&gt;NOT CONTAINS&lt;/span&gt;&lt;/div&gt;&lt;span style=&quot;white-space: pre-wrap; color: rgb(33, 33, 33); font-family: Inter, system-ui, -apple-system, &amp;quot;system-ui&amp;quot;, &amp;quot;Segoe UI&amp;quot;, Roboto, Oxygen, Ubuntu, Cantarell, &amp;quot;Fira Sans&amp;quot;, &amp;quot;Droid Sans&amp;quot;, Helvetica, Arial, sans-serif; text-align: left; background-color: rgb(255, 255, 255);&quot;&gt;loan_application_id&lt;/span&gt;" vertex="1">
          <mxGeometry height="210" width="230" x="4189.5" y="1655" as="geometry" />
        </mxCell>
        <mxCell id="In8fDh9ZLN2M87an2Miy-78" edge="1" parent="1" source="In8fDh9ZLN2M87an2Miy-79" style="edgeStyle=orthogonalEdgeStyle;rounded=0;orthogonalLoop=1;jettySize=auto;html=1;" target="In8fDh9ZLN2M87an2Miy-80" value="">
          <mxGeometry relative="1" as="geometry" />
        </mxCell>
        <mxCell id="In8fDh9ZLN2M87an2Miy-79" parent="1" style="whiteSpace=wrap;html=1;" value="loan_application&lt;br&gt;success" vertex="1">
          <mxGeometry height="60" width="120" x="5616.37" y="1730" as="geometry" />
        </mxCell>
        <mxCell id="In8fDh9ZLN2M87an2Miy-132" edge="1" parent="1" source="In8fDh9ZLN2M87an2Miy-80" style="edgeStyle=orthogonalEdgeStyle;rounded=0;orthogonalLoop=1;jettySize=auto;html=1;" target="In8fDh9ZLN2M87an2Miy-131" value="">
          <mxGeometry relative="1" as="geometry" />
        </mxCell>
        <mxCell id="In8fDh9ZLN2M87an2Miy-80" parent="1" style="whiteSpace=wrap;html=1;" value="release &lt;br&gt;loan_limit.held_amount" vertex="1">
          <mxGeometry height="60" width="215" x="5568.87" y="1830" as="geometry" />
        </mxCell>
        <mxCell id="In8fDh9ZLN2M87an2Miy-95" edge="1" parent="1" source="In8fDh9ZLN2M87an2Miy-82" style="edgeStyle=orthogonalEdgeStyle;rounded=0;orthogonalLoop=1;jettySize=auto;html=1;" target="In8fDh9ZLN2M87an2Miy-94" value="">
          <mxGeometry relative="1" as="geometry" />
        </mxCell>
        <mxCell id="In8fDh9ZLN2M87an2Miy-82" parent="1" style="whiteSpace=wrap;html=1;" value="loan_application&lt;br&gt;next_retry_at = now + 5min" vertex="1">
          <mxGeometry height="60" width="170" x="5283.87" y="1890" as="geometry" />
        </mxCell>
        <mxCell id="In8fDh9ZLN2M87an2Miy-88" parent="1" style="whiteSpace=wrap;html=1;" value="create loan" vertex="1">
          <mxGeometry height="60" width="215" x="5568.87" y="2063.75" as="geometry" />
        </mxCell>
        <mxCell id="In8fDh9ZLN2M87an2Miy-94" parent="1" style="whiteSpace=wrap;html=1;" value="retry_count &amp;gt; 3&lt;br&gt;status = unknown" vertex="1">
          <mxGeometry height="60" width="120" x="5308.87" y="2010" as="geometry" />
        </mxCell>
        <mxCell id="In8fDh9ZLN2M87an2Miy-105" parent="1" style="rounded=0;whiteSpace=wrap;html=1;" value="Scheduler" vertex="1">
          <mxGeometry height="60" width="120" x="3220" y="1397.5" as="geometry" />
        </mxCell>
        <mxCell id="In8fDh9ZLN2M87an2Miy-127" edge="1" parent="1" source="In8fDh9ZLN2M87an2Miy-111" style="edgeStyle=orthogonalEdgeStyle;rounded=0;orthogonalLoop=1;jettySize=auto;html=1;" target="In8fDh9ZLN2M87an2Miy-126" value="">
          <mxGeometry relative="1" as="geometry" />
        </mxCell>
        <mxCell id="In8fDh9ZLN2M87an2Miy-135" edge="1" parent="1" source="In8fDh9ZLN2M87an2Miy-111" style="edgeStyle=orthogonalEdgeStyle;rounded=0;orthogonalLoop=1;jettySize=auto;html=1;entryX=0;entryY=0.5;entryDx=0;entryDy=0;" target="In8fDh9ZLN2M87an2Miy-222">
          <mxGeometry relative="1" as="geometry">
            <mxPoint x="4520" y="2280" as="targetPoint" />
          </mxGeometry>
        </mxCell>
        <mxCell id="In8fDh9ZLN2M87an2Miy-111" parent="1" style="rhombus;whiteSpace=wrap;html=1;" value="loan -&amp;gt; casa exists" vertex="1">
          <mxGeometry height="180" width="166.25" x="4219.5" y="2190" as="geometry" />
        </mxCell>
        <mxCell id="In8fDh9ZLN2M87an2Miy-113" parent="1" style="whiteSpace=wrap;html=1;" value="status = approved&lt;br&gt;processed_at = now&lt;br&gt;release held_amount&lt;br&gt;create loan" vertex="1">
          <mxGeometry height="72.5" width="130" x="5329.37" y="2243.75" as="geometry" />
        </mxCell>
        <mxCell id="In8fDh9ZLN2M87an2Miy-122" edge="1" parent="1" source="In8fDh9ZLN2M87an2Miy-118" style="edgeStyle=orthogonalEdgeStyle;rounded=0;orthogonalLoop=1;jettySize=auto;html=1;" target="In8fDh9ZLN2M87an2Miy-121" value="">
          <mxGeometry relative="1" as="geometry" />
        </mxCell>
        <mxCell id="In8fDh9ZLN2M87an2Miy-118" parent="1" style="whiteSpace=wrap;html=1;" value="row lock&lt;br&gt;loan_application" vertex="1">
          <mxGeometry height="60" width="120" x="4069.5" y="1402.5" as="geometry" />
        </mxCell>
        <mxCell id="In8fDh9ZLN2M87an2Miy-124" edge="1" parent="1" source="In8fDh9ZLN2M87an2Miy-121" style="edgeStyle=orthogonalEdgeStyle;rounded=0;orthogonalLoop=1;jettySize=auto;html=1;" target="In8fDh9ZLN2M87an2Miy-123" value="">
          <mxGeometry relative="1" as="geometry" />
        </mxCell>
        <mxCell id="In8fDh9ZLN2M87an2Miy-125" edge="1" parent="1" source="In8fDh9ZLN2M87an2Miy-121" style="edgeStyle=orthogonalEdgeStyle;rounded=0;orthogonalLoop=1;jettySize=auto;html=1;entryX=0.5;entryY=0;entryDx=0;entryDy=0;" target="In8fDh9ZLN2M87an2Miy-69">
          <mxGeometry relative="1" as="geometry" />
        </mxCell>
        <mxCell id="In8fDh9ZLN2M87an2Miy-121" parent="1" style="rhombus;whiteSpace=wrap;html=1;" value="processed_at &lt;br&gt;is not null" vertex="1">
          <mxGeometry height="115" width="110" x="4249.5" y="1375" as="geometry" />
        </mxCell>
        <mxCell id="In8fDh9ZLN2M87an2Miy-123" parent="1" style="whiteSpace=wrap;html=1;" value="skip processing" vertex="1">
          <mxGeometry height="60" width="120" x="4434.5" y="1402.5" as="geometry" />
        </mxCell>
        <mxCell id="In8fDh9ZLN2M87an2Miy-216" edge="1" parent="1" source="In8fDh9ZLN2M87an2Miy-126" style="edgeStyle=orthogonalEdgeStyle;rounded=0;orthogonalLoop=1;jettySize=auto;html=1;entryX=0.5;entryY=0;entryDx=0;entryDy=0;" target="In8fDh9ZLN2M87an2Miy-214">
          <mxGeometry relative="1" as="geometry" />
        </mxCell>
        <mxCell id="In8fDh9ZLN2M87an2Miy-126" parent="1" style="whiteSpace=wrap;html=1;" value="polaris&lt;br&gt;/loan/&lt;span style=&quot;white-space: pre-wrap; color: rgb(33, 33, 33); font-family: Inter, system-ui, -apple-system, &amp;quot;system-ui&amp;quot;, &amp;quot;Segoe UI&amp;quot;, Roboto, Oxygen, Ubuntu, Cantarell, &amp;quot;Fira Sans&amp;quot;, &amp;quot;Droid Sans&amp;quot;, Helvetica, Arial, sans-serif; text-align: left; background-color: rgb(255, 255, 255);&quot;&gt;grantLoanNonCash&lt;/span&gt;" vertex="1">
          <mxGeometry height="60" width="157.38" x="4223.93" y="2440" as="geometry" />
        </mxCell>
        <mxCell id="In8fDh9ZLN2M87an2Miy-130" parent="1" style="rounded=0;whiteSpace=wrap;html=1;fontSize=21;" value="WHERE TO TRIGGER CGW???" vertex="1">
          <mxGeometry height="290" width="450.63" x="5420" y="2815" as="geometry" />
        </mxCell>
        <mxCell id="In8fDh9ZLN2M87an2Miy-133" edge="1" parent="1" source="In8fDh9ZLN2M87an2Miy-131" style="edgeStyle=orthogonalEdgeStyle;rounded=0;orthogonalLoop=1;jettySize=auto;html=1;" target="In8fDh9ZLN2M87an2Miy-88" value="">
          <mxGeometry relative="1" as="geometry" />
        </mxCell>
        <mxCell id="In8fDh9ZLN2M87an2Miy-131" parent="1" style="whiteSpace=wrap;html=1;" value="processed_at = now" vertex="1">
          <mxGeometry height="60" width="120" x="5616.37" y="1942.5" as="geometry" />
        </mxCell>
        <mxCell id="In8fDh9ZLN2M87an2Miy-141" edge="1" parent="1" source="In8fDh9ZLN2M87an2Miy-134" style="edgeStyle=orthogonalEdgeStyle;rounded=0;orthogonalLoop=1;jettySize=auto;html=1;entryX=0;entryY=0.5;entryDx=0;entryDy=0;" target="In8fDh9ZLN2M87an2Miy-139">
          <mxGeometry relative="1" as="geometry" />
        </mxCell>
        <mxCell id="In8fDh9ZLN2M87an2Miy-145" edge="1" parent="1" source="In8fDh9ZLN2M87an2Miy-134" style="edgeStyle=orthogonalEdgeStyle;rounded=0;orthogonalLoop=1;jettySize=auto;html=1;" target="In8fDh9ZLN2M87an2Miy-144" value="">
          <mxGeometry relative="1" as="geometry" />
        </mxCell>
        <mxCell id="In8fDh9ZLN2M87an2Miy-134" parent="1" style="rhombus;whiteSpace=wrap;html=1;" value="casa -&amp;gt; domestic (CGW)&lt;br&gt;exists?" vertex="1">
          <mxGeometry height="180" width="190" x="4860" y="2190" as="geometry" />
        </mxCell>
        <mxCell id="In8fDh9ZLN2M87an2Miy-142" edge="1" parent="1" source="In8fDh9ZLN2M87an2Miy-139" style="edgeStyle=orthogonalEdgeStyle;rounded=0;orthogonalLoop=1;jettySize=auto;html=1;entryX=0;entryY=0.5;entryDx=0;entryDy=0;" target="In8fDh9ZLN2M87an2Miy-113">
          <mxGeometry relative="1" as="geometry" />
        </mxCell>
        <mxCell id="In8fDh9ZLN2M87an2Miy-227" edge="1" parent="1" source="In8fDh9ZLN2M87an2Miy-139" style="edgeStyle=orthogonalEdgeStyle;rounded=0;orthogonalLoop=1;jettySize=auto;html=1;entryX=1;entryY=0.5;entryDx=0;entryDy=0;" target="In8fDh9ZLN2M87an2Miy-225">
          <mxGeometry relative="1" as="geometry">
            <Array as="points">
              <mxPoint x="5196" y="2460" />
            </Array>
          </mxGeometry>
        </mxCell>
        <mxCell id="In8fDh9ZLN2M87an2Miy-139" parent="1" style="rhombus;whiteSpace=wrap;html=1;" value="casa -&amp;gt; domestic (CGW)&lt;br&gt;amount match" vertex="1">
          <mxGeometry height="180" width="172.5" x="5110" y="2190" as="geometry" />
        </mxCell>
        <mxCell id="In8fDh9ZLN2M87an2Miy-147" edge="1" parent="1" source="In8fDh9ZLN2M87an2Miy-144" style="edgeStyle=orthogonalEdgeStyle;rounded=0;orthogonalLoop=1;jettySize=auto;html=1;" target="In8fDh9ZLN2M87an2Miy-146" value="">
          <mxGeometry relative="1" as="geometry" />
        </mxCell>
        <mxCell id="In8fDh9ZLN2M87an2Miy-144" parent="1" style="whiteSpace=wrap;html=1;" value="Trigger CGW" vertex="1">
          <mxGeometry height="60" width="120" x="4895" y="2510" as="geometry" />
        </mxCell>
        <mxCell id="In8fDh9ZLN2M87an2Miy-148" edge="1" parent="1" source="In8fDh9ZLN2M87an2Miy-146" style="edgeStyle=orthogonalEdgeStyle;rounded=0;orthogonalLoop=1;jettySize=auto;html=1;entryX=0.5;entryY=1;entryDx=0;entryDy=0;" target="In8fDh9ZLN2M87an2Miy-113">
          <mxGeometry relative="1" as="geometry" />
        </mxCell>
        <mxCell id="In8fDh9ZLN2M87an2Miy-150" edge="1" parent="1" source="In8fDh9ZLN2M87an2Miy-146" style="edgeStyle=orthogonalEdgeStyle;rounded=0;orthogonalLoop=1;jettySize=auto;html=1;" target="In8fDh9ZLN2M87an2Miy-149" value="">
          <mxGeometry relative="1" as="geometry" />
        </mxCell>
        <mxCell id="In8fDh9ZLN2M87an2Miy-146" parent="1" style="rhombus;whiteSpace=wrap;html=1;" value="200" vertex="1">
          <mxGeometry height="80" width="80" x="5115" y="2500" as="geometry" />
        </mxCell>
        <mxCell id="In8fDh9ZLN2M87an2Miy-149" parent="1" style="whiteSpace=wrap;html=1;" value="next_retry_at = now + 5min" vertex="1">
          <mxGeometry height="60" width="155" x="5077.5" y="2650" as="geometry" />
        </mxCell>
        <mxCell id="In8fDh9ZLN2M87an2Miy-176" edge="1" parent="1" source="In8fDh9ZLN2M87an2Miy-152" style="edgeStyle=orthogonalEdgeStyle;rounded=0;orthogonalLoop=1;jettySize=auto;html=1;" target="In8fDh9ZLN2M87an2Miy-175" value="">
          <mxGeometry relative="1" as="geometry" />
        </mxCell>
        <mxCell id="In8fDh9ZLN2M87an2Miy-244" edge="1" parent="1" source="In8fDh9ZLN2M87an2Miy-152" style="edgeStyle=orthogonalEdgeStyle;rounded=0;orthogonalLoop=1;jettySize=auto;html=1;entryX=0;entryY=0.5;entryDx=0;entryDy=0;" target="In8fDh9ZLN2M87an2Miy-162">
          <mxGeometry relative="1" as="geometry" />
        </mxCell>
        <mxCell id="In8fDh9ZLN2M87an2Miy-152" parent="1" style="rhombus;whiteSpace=wrap;html=1;align=center;" value="&lt;div style=&quot;&quot;&gt;&lt;span style=&quot;background-color: transparent; color: light-dark(rgb(0, 0, 0), rgb(255, 255, 255));&quot;&gt;&lt;b&gt;request amount &amp;lt;=&amp;nbsp;&lt;br&gt;&lt;/b&gt;&lt;/span&gt;&lt;span style=&quot;font-weight: 700; background-color: transparent; color: light-dark(rgb(0, 0, 0), rgb(255, 255, 255));&quot;&gt;credit_line_accounts.available_amount&lt;/span&gt;&lt;/div&gt;" vertex="1">
          <mxGeometry height="285" width="270" x="990" y="992.5" as="geometry" />
        </mxCell>
        <mxCell id="P7TJZT1PVnBYbLh7lMs1-37" edge="1" parent="1" source="In8fDh9ZLN2M87an2Miy-161" style="edgeStyle=orthogonalEdgeStyle;rounded=0;orthogonalLoop=1;jettySize=auto;html=1;entryX=0;entryY=0.5;entryDx=0;entryDy=0;" target="In8fDh9ZLN2M87an2Miy-228">
          <mxGeometry relative="1" as="geometry" />
        </mxCell>
        <mxCell id="In8fDh9ZLN2M87an2Miy-161" parent="1" style="rounded=0;whiteSpace=wrap;html=1;" value="&lt;span style=&quot;font-weight: 700;&quot;&gt;credit_line_accounts&lt;br&gt;&lt;/span&gt;row lock" vertex="1">
          <mxGeometry height="60" width="145" x="280" y="1105" as="geometry" />
        </mxCell>
        <mxCell id="In8fDh9ZLN2M87an2Miy-165" edge="1" parent="1" source="In8fDh9ZLN2M87an2Miy-162" style="edgeStyle=orthogonalEdgeStyle;rounded=0;orthogonalLoop=1;jettySize=auto;html=1;" target="In8fDh9ZLN2M87an2Miy-12">
          <mxGeometry relative="1" as="geometry" />
        </mxCell>
        <mxCell id="In8fDh9ZLN2M87an2Miy-162" parent="1" style="rounded=0;whiteSpace=wrap;html=1;" value="&lt;span style=&quot;font-weight: 700; text-align: left;&quot;&gt;ROWLOCK -&amp;gt;&lt;br&gt;credit_line_accounts.reserved_amount += amount&lt;/span&gt;" vertex="1">
          <mxGeometry height="60" width="250" x="1360" y="1105" as="geometry" />
        </mxCell>
        <mxCell id="In8fDh9ZLN2M87an2Miy-174" parent="1" style="text;html=1;whiteSpace=wrap;strokeColor=none;fillColor=none;align=center;verticalAlign=middle;rounded=0;" value="&lt;div style=&quot;background-color:#ffffff;color:#080808&quot;&gt;&lt;pre style=&quot;font-family:&#39;JetBrains Mono&#39;,monospace;font-size:9.8pt;&quot;&gt;&lt;span style=&quot;color:#9e880d;&quot;&gt;@Transactional&lt;/span&gt;(propagation = &lt;span style=&quot;color:#000000;&quot;&gt;Propagation&lt;/span&gt;.&lt;span style=&quot;color:#871094;font-style:italic;&quot;&gt;REQUIRES_NEW&lt;/span&gt;)&lt;/pre&gt;&lt;/div&gt;" vertex="1">
          <mxGeometry height="30" width="240" x="1005" y="900" as="geometry" />
        </mxCell>
        <mxCell id="In8fDh9ZLN2M87an2Miy-175" parent="1" style="whiteSpace=wrap;html=1;" value="Rollback, return error" vertex="1">
          <mxGeometry height="60" width="132.5" x="1058.75" y="1352.5" as="geometry" />
        </mxCell>
        <mxCell id="In8fDh9ZLN2M87an2Miy-185" parent="1" style="whiteSpace=wrap;html=1;fontStyle=0;startSize=30;horizontal=1;" value="return success to client&lt;br&gt;(&quot;Request succeeded, will be processed within 5-10 mins&quot;?)" vertex="1">
          <mxGeometry height="162.5" width="210" x="2050" y="1053.75" as="geometry" />
        </mxCell>
        <mxCell id="In8fDh9ZLN2M87an2Miy-189" parent="1" style="text;html=1;whiteSpace=wrap;strokeColor=none;fillColor=none;align=center;verticalAlign=middle;rounded=0;fontSize=26;" value="&lt;div style=&quot;background-color:#ffffff;color:#080808&quot;&gt;&lt;pre style=&quot;font-family: &amp;quot;JetBrains Mono&amp;quot;, monospace;&quot;&gt;&lt;span style=&quot;color:#9e880d;&quot;&gt;@Transactional&lt;/span&gt;(propagation = &lt;span style=&quot;color:#000000;&quot;&gt;Propagation&lt;/span&gt;.&lt;span style=&quot;color:#871094;font-style:italic;&quot;&gt;REQUIRES_NEW&lt;/span&gt;)&lt;/pre&gt;&lt;/div&gt;" vertex="1">
          <mxGeometry height="30" width="240" x="4918.87" y="1265" as="geometry" />
        </mxCell>
        <mxCell id="In8fDh9ZLN2M87an2Miy-198" parent="1" style="text;html=1;whiteSpace=wrap;strokeColor=none;fillColor=none;align=center;verticalAlign=middle;rounded=0;fontSize=32;" value="BNPL request flow" vertex="1">
          <mxGeometry height="30" width="470" x="-80" y="2930" as="geometry" />
        </mxCell>
        <mxCell id="In8fDh9ZLN2M87an2Miy-199" edge="1" parent="1" source="In8fDh9ZLN2M87an2Miy-200" style="edgeStyle=orthogonalEdgeStyle;rounded=0;orthogonalLoop=1;jettySize=auto;html=1;" target="In8fDh9ZLN2M87an2Miy-202" value="">
          <mxGeometry relative="1" as="geometry" />
        </mxCell>
        <mxCell id="In8fDh9ZLN2M87an2Miy-200" parent="1" style="shape=umlActor;verticalLabelPosition=bottom;verticalAlign=top;html=1;outlineConnect=0;" value="Actor" vertex="1">
          <mxGeometry height="60" width="30" x="20" y="3135" as="geometry" />
        </mxCell>
        <mxCell id="In8fDh9ZLN2M87an2Miy-201" edge="1" parent="1" source="In8fDh9ZLN2M87an2Miy-202" style="edgeStyle=orthogonalEdgeStyle;rounded=0;orthogonalLoop=1;jettySize=auto;html=1;entryX=0.011;entryY=0.06;entryDx=0;entryDy=0;entryPerimeter=0;" target="In8fDh9ZLN2M87an2Miy-209" value="">
          <mxGeometry relative="1" as="geometry">
            <mxPoint x="440" y="3165" as="targetPoint" />
          </mxGeometry>
        </mxCell>
        <mxCell id="In8fDh9ZLN2M87an2Miy-202" parent="1" style="whiteSpace=wrap;html=1;verticalAlign=top;" value="&lt;div&gt;&lt;br&gt;&lt;/div&gt;&lt;div&gt;One tap loan&lt;/div&gt;" vertex="1">
          <mxGeometry height="60" width="120" x="230" y="3135" as="geometry" />
        </mxCell>
        <mxCell id="In8fDh9ZLN2M87an2Miy-203" edge="1" parent="1" source="In8fDh9ZLN2M87an2Miy-205" style="edgeStyle=orthogonalEdgeStyle;rounded=0;orthogonalLoop=1;jettySize=auto;html=1;" target="In8fDh9ZLN2M87an2Miy-206" value="">
          <mxGeometry relative="1" as="geometry" />
        </mxCell>
        <mxCell id="In8fDh9ZLN2M87an2Miy-204" connectable="0" parent="In8fDh9ZLN2M87an2Miy-203" style="edgeLabel;html=1;align=center;verticalAlign=middle;resizable=0;points=[];" value="0" vertex="1">
          <mxGeometry relative="1" x="-0.2091" y="-1" as="geometry">
            <mxPoint as="offset" />
          </mxGeometry>
        </mxCell>
        <mxCell id="In8fDh9ZLN2M87an2Miy-213" edge="1" parent="1" source="In8fDh9ZLN2M87an2Miy-205" style="edgeStyle=orthogonalEdgeStyle;rounded=0;orthogonalLoop=1;jettySize=auto;html=1;" target="In8fDh9ZLN2M87an2Miy-212" value="">
          <mxGeometry relative="1" as="geometry" />
        </mxCell>
        <mxCell id="In8fDh9ZLN2M87an2Miy-205" parent="1" style="rhombus;whiteSpace=wrap;html=1;verticalAlign=top;" value="&lt;br&gt;&lt;br&gt;&lt;div&gt;&lt;br&gt;&lt;/div&gt;&lt;div&gt;Loan validation&lt;br&gt;success&lt;/div&gt;" vertex="1">
          <mxGeometry height="120" width="140" x="720" y="3105" as="geometry" />
        </mxCell>
        <mxCell id="In8fDh9ZLN2M87an2Miy-206" parent="1" style="whiteSpace=wrap;html=1;verticalAlign=middle;" value="Return err message" vertex="1">
          <mxGeometry height="60" width="120" x="730" y="3305" as="geometry" />
        </mxCell>
        <mxCell id="In8fDh9ZLN2M87an2Miy-207" edge="1" parent="1" source="In8fDh9ZLN2M87an2Miy-208" style="edgeStyle=orthogonalEdgeStyle;rounded=0;orthogonalLoop=1;jettySize=auto;html=1;entryX=0;entryY=0.5;entryDx=0;entryDy=0;" target="In8fDh9ZLN2M87an2Miy-205">
          <mxGeometry relative="1" as="geometry" />
        </mxCell>
        <mxCell id="In8fDh9ZLN2M87an2Miy-208" parent="1" style="swimlane;fontStyle=0;childLayout=stackLayout;horizontal=1;startSize=30;horizontalStack=0;resizeParent=1;resizeParentMax=0;resizeLast=0;collapsible=1;marginBottom=0;whiteSpace=wrap;html=1;" value="Validations" vertex="1">
          <mxGeometry height="120" width="140" x="460" y="3135" as="geometry" />
        </mxCell>
        <mxCell id="In8fDh9ZLN2M87an2Miy-209" parent="In8fDh9ZLN2M87an2Miy-208" style="text;strokeColor=none;fillColor=none;align=left;verticalAlign=middle;spacingLeft=4;spacingRight=4;overflow=hidden;points=[[0,0.5],[1,0.5]];portConstraint=eastwest;rotatable=0;whiteSpace=wrap;html=1;" value="user status" vertex="1">
          <mxGeometry height="30" width="140" y="30" as="geometry" />
        </mxCell>
        <mxCell id="In8fDh9ZLN2M87an2Miy-210" parent="In8fDh9ZLN2M87an2Miy-208" style="text;strokeColor=none;fillColor=none;align=left;verticalAlign=middle;spacingLeft=4;spacingRight=4;overflow=hidden;points=[[0,0.5],[1,0.5]];portConstraint=eastwest;rotatable=0;whiteSpace=wrap;html=1;" value="kyc status" vertex="1">
          <mxGeometry height="30" width="140" y="60" as="geometry" />
        </mxCell>
        <mxCell id="In8fDh9ZLN2M87an2Miy-211" parent="In8fDh9ZLN2M87an2Miy-208" style="text;strokeColor=none;fillColor=none;align=left;verticalAlign=middle;spacingLeft=4;spacingRight=4;overflow=hidden;points=[[0,0.5],[1,0.5]];portConstraint=eastwest;rotatable=0;whiteSpace=wrap;html=1;" value="loan limit status" vertex="1">
          <mxGeometry height="30" width="140" y="90" as="geometry" />
        </mxCell>
        <mxCell id="In8fDh9ZLN2M87an2Miy-212" parent="1" style="whiteSpace=wrap;html=1;verticalAlign=middle;" value="Same as one-tap ??" vertex="1">
          <mxGeometry height="60" width="120" x="950" y="3135" as="geometry" />
        </mxCell>
        <mxCell id="In8fDh9ZLN2M87an2Miy-218" edge="1" parent="1" source="In8fDh9ZLN2M87an2Miy-214" style="edgeStyle=orthogonalEdgeStyle;rounded=0;orthogonalLoop=1;jettySize=auto;html=1;entryX=0;entryY=0.5;entryDx=0;entryDy=0;" target="In8fDh9ZLN2M87an2Miy-134">
          <mxGeometry relative="1" as="geometry">
            <Array as="points">
              <mxPoint x="4860" y="2630" />
            </Array>
          </mxGeometry>
        </mxCell>
        <mxCell id="In8fDh9ZLN2M87an2Miy-221" edge="1" parent="1" source="In8fDh9ZLN2M87an2Miy-214" style="edgeStyle=orthogonalEdgeStyle;rounded=0;orthogonalLoop=1;jettySize=auto;html=1;entryX=0;entryY=0.5;entryDx=0;entryDy=0;" target="In8fDh9ZLN2M87an2Miy-149">
          <mxGeometry relative="1" as="geometry">
            <Array as="points">
              <mxPoint x="4303" y="2680" />
            </Array>
          </mxGeometry>
        </mxCell>
        <mxCell id="In8fDh9ZLN2M87an2Miy-214" parent="1" style="rhombus;whiteSpace=wrap;html=1;" value="200" vertex="1">
          <mxGeometry height="80" width="80" x="4262.62" y="2590" as="geometry" />
        </mxCell>
        <mxCell id="In8fDh9ZLN2M87an2Miy-223" edge="1" parent="1" source="In8fDh9ZLN2M87an2Miy-222" style="edgeStyle=orthogonalEdgeStyle;rounded=0;orthogonalLoop=1;jettySize=auto;html=1;" target="In8fDh9ZLN2M87an2Miy-134">
          <mxGeometry relative="1" as="geometry" />
        </mxCell>
        <mxCell id="In8fDh9ZLN2M87an2Miy-226" edge="1" parent="1" source="In8fDh9ZLN2M87an2Miy-222" style="edgeStyle=orthogonalEdgeStyle;rounded=0;orthogonalLoop=1;jettySize=auto;html=1;" target="In8fDh9ZLN2M87an2Miy-225" value="">
          <mxGeometry relative="1" as="geometry" />
        </mxCell>
        <mxCell id="In8fDh9ZLN2M87an2Miy-222" parent="1" style="rhombus;whiteSpace=wrap;html=1;" value="loan -&amp;gt; casa &lt;br&gt;amount match" vertex="1">
          <mxGeometry height="156.25" width="155" x="4561.37" y="2201.88" as="geometry" />
        </mxCell>
        <mxCell id="In8fDh9ZLN2M87an2Miy-225" parent="1" style="whiteSpace=wrap;html=1;" value="status = manual_review??" vertex="1">
          <mxGeometry height="60" width="120" x="4578.87" y="2429.995" as="geometry" />
        </mxCell>
        <mxCell id="P7TJZT1PVnBYbLh7lMs1-38" edge="1" parent="1" source="In8fDh9ZLN2M87an2Miy-228" style="edgeStyle=orthogonalEdgeStyle;rounded=0;orthogonalLoop=1;jettySize=auto;html=1;entryX=0.5;entryY=0;entryDx=0;entryDy=0;" target="In8fDh9ZLN2M87an2Miy-233">
          <mxGeometry relative="1" as="geometry" />
        </mxCell>
        <mxCell id="P7TJZT1PVnBYbLh7lMs1-39" edge="1" parent="1" source="In8fDh9ZLN2M87an2Miy-228" style="edgeStyle=orthogonalEdgeStyle;rounded=0;orthogonalLoop=1;jettySize=auto;html=1;" target="In8fDh9ZLN2M87an2Miy-152">
          <mxGeometry relative="1" as="geometry" />
        </mxCell>
        <mxCell id="In8fDh9ZLN2M87an2Miy-228" parent="1" style="rhombus;whiteSpace=wrap;html=1;" value="Polaris&lt;br&gt;/line/&lt;span style=&quot;color: rgb(33, 33, 33); font-family: Inter, system-ui, -apple-system, &amp;quot;system-ui&amp;quot;, &amp;quot;Segoe UI&amp;quot;, Roboto, Oxygen, Ubuntu, Cantarell, &amp;quot;Fira Sans&amp;quot;, &amp;quot;Droid Sans&amp;quot;, Helvetica, Arial, sans-serif; text-align: left; white-space: pre-wrap; background-color: rgb(255, 255, 255);&quot;&gt;getAccountDetail&lt;/span&gt;&lt;br&gt;200" vertex="1">
          <mxGeometry height="225" width="250" x="570" y="1022.5" as="geometry" />
        </mxCell>
        <mxCell id="In8fDh9ZLN2M87an2Miy-236" edge="1" parent="1" source="In8fDh9ZLN2M87an2Miy-233" style="edgeStyle=orthogonalEdgeStyle;rounded=0;orthogonalLoop=1;jettySize=auto;html=1;" target="In8fDh9ZLN2M87an2Miy-235" value="">
          <mxGeometry relative="1" as="geometry" />
        </mxCell>
        <mxCell id="In8fDh9ZLN2M87an2Miy-242" edge="1" parent="1" source="In8fDh9ZLN2M87an2Miy-233" style="edgeStyle=orthogonalEdgeStyle;rounded=0;orthogonalLoop=1;jettySize=auto;html=1;entryX=0;entryY=0.5;entryDx=0;entryDy=0;" target="In8fDh9ZLN2M87an2Miy-241" value="">
          <mxGeometry relative="1" as="geometry">
            <mxPoint x="765" y="1362.5" as="targetPoint" />
          </mxGeometry>
        </mxCell>
        <mxCell id="In8fDh9ZLN2M87an2Miy-233" parent="1" style="rhombus;whiteSpace=wrap;html=1;" value="501" vertex="1">
          <mxGeometry height="80" width="80" x="655" y="1322.5" as="geometry" />
        </mxCell>
        <mxCell id="In8fDh9ZLN2M87an2Miy-238" edge="1" parent="1" source="In8fDh9ZLN2M87an2Miy-235" style="edgeStyle=orthogonalEdgeStyle;rounded=0;orthogonalLoop=1;jettySize=auto;html=1;entryX=0;entryY=0.5;entryDx=0;entryDy=0;" target="In8fDh9ZLN2M87an2Miy-237" value="">
          <mxGeometry relative="1" as="geometry">
-             <mxPoint x="835" y="1545" as="targetPoint" />
+             <mxPoint x="835" y="1615" as="targetPoint" />
          </mxGeometry>
        </mxCell>
        <mxCell id="In8fDh9ZLN2M87an2Miy-240" edge="1" parent="1" source="In8fDh9ZLN2M87an2Miy-235" style="edgeStyle=orthogonalEdgeStyle;rounded=0;orthogonalLoop=1;jettySize=auto;html=1;" target="In8fDh9ZLN2M87an2Miy-239" value="">
          <mxGeometry relative="1" as="geometry" />
        </mxCell>
        <mxCell id="In8fDh9ZLN2M87an2Miy-235" parent="1" style="rhombus;whiteSpace=wrap;html=1;" value="timeout, http err" vertex="1">
-           <mxGeometry height="125" width="120" x="635" y="1482.5" as="geometry" />
+           <mxGeometry height="125" width="120" x="635" y="1552.5" as="geometry" />
        </mxCell>
        <mxCell id="In8fDh9ZLN2M87an2Miy-237" parent="1" style="whiteSpace=wrap;html=1;" value="return err msg&lt;br&gt;try again" vertex="1">
-           <mxGeometry height="60" width="120" x="855" y="1515" as="geometry" />
+           <mxGeometry height="60" width="120" x="855" y="1585" as="geometry" />
        </mxCell>
        <mxCell id="In8fDh9ZLN2M87an2Miy-239" parent="1" style="whiteSpace=wrap;html=1;" value="return err msg&lt;br&gt;try again?" vertex="1">
-           <mxGeometry height="60" width="120" x="635" y="1670" as="geometry" />
+           <mxGeometry height="60" width="120" x="635" y="1740" as="geometry" />
        </mxCell>
        <mxCell id="In8fDh9ZLN2M87an2Miy-241" parent="1" style="whiteSpace=wrap;html=1;" value="return err msg" vertex="1">
          <mxGeometry height="60" width="120" x="845" y="1332.5" as="geometry" />
        </mxCell>
        <mxCell id="P7TJZT1PVnBYbLh7lMs1-3" parent="1" style="whiteSpace=wrap;html=1;rounded=0;" value="Polaris&lt;br&gt;/line/openAccount" vertex="1">
          <mxGeometry height="60" width="120" x="2420" y="210" as="geometry" />
        </mxCell>
        <mxCell id="P7TJZT1PVnBYbLh7lMs1-5" parent="1" style="swimlane;fontStyle=0;childLayout=stackLayout;horizontal=1;startSize=30;horizontalStack=0;resizeParent=1;resizeParentMax=0;resizeLast=0;collapsible=1;marginBottom=0;whiteSpace=wrap;html=1;" value="expected calls in order:" vertex="1">
          <mxGeometry height="210" width="270" x="3160" y="1991.88" as="geometry" />
        </mxCell>
        <mxCell id="P7TJZT1PVnBYbLh7lMs1-6" parent="P7TJZT1PVnBYbLh7lMs1-5" style="text;strokeColor=none;fillColor=none;align=left;verticalAlign=middle;spacingLeft=4;spacingRight=4;overflow=hidden;points=[[0,0.5],[1,0.5]];portConstraint=eastwest;rotatable=0;whiteSpace=wrap;html=1;" value="&lt;span style=&quot;text-align: center;&quot;&gt;/loan/createAccount - no retry&lt;/span&gt;" vertex="1">
          <mxGeometry height="30" width="270" y="30" as="geometry" />
        </mxCell>
        <mxCell id="P7TJZT1PVnBYbLh7lMs1-7" parent="P7TJZT1PVnBYbLh7lMs1-5" style="text;strokeColor=none;fillColor=none;align=left;verticalAlign=middle;spacingLeft=4;spacingRight=4;overflow=hidden;points=[[0,0.5],[1,0.5]];portConstraint=eastwest;rotatable=0;whiteSpace=wrap;html=1;" value="&lt;span style=&quot;text-align: center;&quot;&gt;/loan/&lt;/span&gt;&lt;span style=&quot;background-color: rgb(252, 246, 219); color: rgb(0, 0, 0); font-family: &amp;quot;Anonymous Pro&amp;quot;, Menlo, Consolas, &amp;quot;Bitstream Vera Sans Mono&amp;quot;, &amp;quot;Courier New&amp;quot;, monospace; font-size: 0.9em;&quot;&gt;createNrsSchedule - retry&lt;/span&gt;" vertex="1">
          <mxGeometry height="30" width="270" y="60" as="geometry" />
        </mxCell>
        <mxCell id="P7TJZT1PVnBYbLh7lMs1-8" parent="P7TJZT1PVnBYbLh7lMs1-5" style="text;strokeColor=none;fillColor=none;align=left;verticalAlign=middle;spacingLeft=4;spacingRight=4;overflow=hidden;points=[[0,0.5],[1,0.5]];portConstraint=eastwest;rotatable=0;whiteSpace=wrap;html=1;" value="&lt;span style=&quot;text-align: center;&quot;&gt;/loan/openAccount - retry&lt;/span&gt;" vertex="1">
          <mxGeometry height="30" width="270" y="90" as="geometry" />
        </mxCell>
        <mxCell id="P7TJZT1PVnBYbLh7lMs1-9" parent="P7TJZT1PVnBYbLh7lMs1-5" style="text;strokeColor=none;fillColor=none;align=left;verticalAlign=middle;spacingLeft=4;spacingRight=4;overflow=hidden;points=[[0,0.5],[1,0.5]];portConstraint=eastwest;rotatable=0;whiteSpace=wrap;html=1;" value="&lt;span style=&quot;font-family: &amp;quot;Anonymous Pro&amp;quot;, Menlo, Consolas, &amp;quot;Bitstream Vera Sans Mono&amp;quot;, &amp;quot;Courier New&amp;quot;, monospace; font-size: 10.8px; white-space: pre-wrap;&quot;&gt;&lt;font style=&quot;color: light-dark(rgb(237, 237, 237), rgb(255, 255, 255));&quot;&gt;/line/linkLineAccountToLoan - retry?&lt;/font&gt;&lt;/span&gt;" vertex="1">
          <mxGeometry height="30" width="270" y="120" as="geometry" />
        </mxCell>
        <mxCell id="P7TJZT1PVnBYbLh7lMs1-10" parent="P7TJZT1PVnBYbLh7lMs1-5" style="text;strokeColor=none;fillColor=none;align=left;verticalAlign=middle;spacingLeft=4;spacingRight=4;overflow=hidden;points=[[0,0.5],[1,0.5]];portConstraint=eastwest;rotatable=0;whiteSpace=wrap;html=1;" value="&lt;span style=&quot;text-align: center;&quot;&gt;/loan/&lt;/span&gt;&lt;span style=&quot;white-space: pre-wrap; color: rgb(33, 33, 33); font-family: Inter, system-ui, -apple-system, &amp;quot;system-ui&amp;quot;, &amp;quot;Segoe UI&amp;quot;, Roboto, Oxygen, Ubuntu, Cantarell, &amp;quot;Fira Sans&amp;quot;, &amp;quot;Droid Sans&amp;quot;, Helvetica, Arial, sans-serif; background-color: rgb(255, 255, 255);&quot;&gt;grantLoanNonCash - retry&lt;/span&gt;" vertex="1">
          <mxGeometry height="30" width="270" y="150" as="geometry" />
        </mxCell>
        <mxCell id="P7TJZT1PVnBYbLh7lMs1-11" parent="P7TJZT1PVnBYbLh7lMs1-5" style="text;strokeColor=none;fillColor=none;align=left;verticalAlign=middle;spacingLeft=4;spacingRight=4;overflow=hidden;points=[[0,0.5],[1,0.5]];portConstraint=eastwest;rotatable=0;whiteSpace=wrap;html=1;" value="&lt;font face=&quot;Inter, system-ui, -apple-system, system-ui, Segoe UI, Roboto, Oxygen, Ubuntu, Cantarell, Fira Sans, Droid Sans, Helvetica, Arial, sans-serif&quot; style=&quot;color: light-dark(rgb(188, 188, 188), rgb(255, 255, 255));&quot;&gt;&lt;span style=&quot;white-space-collapse: preserve;&quot;&gt;CGW Trigger ??&lt;/span&gt;&lt;/font&gt;" vertex="1">
          <mxGeometry height="30" width="270" y="180" as="geometry" />
        </mxCell>
        <mxCell id="P7TJZT1PVnBYbLh7lMs1-17" edge="1" parent="1" source="P7TJZT1PVnBYbLh7lMs1-15" style="edgeStyle=orthogonalEdgeStyle;rounded=0;orthogonalLoop=1;jettySize=auto;html=1;" target="P7TJZT1PVnBYbLh7lMs1-16" value="">
          <mxGeometry relative="1" as="geometry" />
        </mxCell>
        <mxCell id="P7TJZT1PVnBYbLh7lMs1-15" parent="1" style="rounded=0;whiteSpace=wrap;html=1;" value="/loan/&lt;span style=&quot;background-color: rgb(252, 246, 219); color: rgb(0, 0, 0); font-family: &amp;quot;Anonymous Pro&amp;quot;, Menlo, Consolas, &amp;quot;Bitstream Vera Sans Mono&amp;quot;, &amp;quot;Courier New&amp;quot;, monospace; font-size: 0.9em; text-align: start;&quot;&gt;getCustomerLoanAccountList&lt;/span&gt;" vertex="1">
          <mxGeometry height="60" width="270" x="2890" y="2243.75" as="geometry" />
        </mxCell>
        <mxCell id="P7TJZT1PVnBYbLh7lMs1-23" edge="1" parent="1" source="P7TJZT1PVnBYbLh7lMs1-16" style="edgeStyle=orthogonalEdgeStyle;rounded=0;orthogonalLoop=1;jettySize=auto;html=1;" target="P7TJZT1PVnBYbLh7lMs1-22" value="">
          <mxGeometry relative="1" as="geometry" />
        </mxCell>
        <mxCell id="P7TJZT1PVnBYbLh7lMs1-33" edge="1" parent="1" source="P7TJZT1PVnBYbLh7lMs1-16" style="edgeStyle=orthogonalEdgeStyle;rounded=0;orthogonalLoop=1;jettySize=auto;html=1;" target="P7TJZT1PVnBYbLh7lMs1-32" value="">
          <mxGeometry relative="1" as="geometry" />
        </mxCell>
        <mxCell id="P7TJZT1PVnBYbLh7lMs1-16" parent="1" style="rhombus;whiteSpace=wrap;html=1;rounded=0;" value="product match&lt;br&gt;amount match&lt;br&gt;status = new" vertex="1">
          <mxGeometry height="190" width="190" x="2930" y="2371.87" as="geometry" />
        </mxCell>
        <mxCell id="P7TJZT1PVnBYbLh7lMs1-25" edge="1" parent="1" source="P7TJZT1PVnBYbLh7lMs1-22" style="edgeStyle=orthogonalEdgeStyle;rounded=0;orthogonalLoop=1;jettySize=auto;html=1;" target="P7TJZT1PVnBYbLh7lMs1-24" value="">
          <mxGeometry relative="1" as="geometry" />
        </mxCell>
        <mxCell id="P7TJZT1PVnBYbLh7lMs1-22" parent="1" style="whiteSpace=wrap;html=1;rounded=0;" value="/loan/&lt;span style=&quot;background-color: rgb(252, 246, 219); color: rgb(0, 0, 0); font-family: &amp;quot;Anonymous Pro&amp;quot;, Menlo, Consolas, &amp;quot;Bitstream Vera Sans Mono&amp;quot;, &amp;quot;Courier New&amp;quot;, monospace; font-size: 0.9em; text-align: start;&quot;&gt;getNrsSchedule&lt;/span&gt;" vertex="1">
          <mxGeometry height="60" width="215" x="3200" y="2436.87" as="geometry" />
        </mxCell>
        <mxCell id="P7TJZT1PVnBYbLh7lMs1-29" edge="1" parent="1" source="P7TJZT1PVnBYbLh7lMs1-24" style="edgeStyle=orthogonalEdgeStyle;rounded=0;orthogonalLoop=1;jettySize=auto;html=1;" target="P7TJZT1PVnBYbLh7lMs1-28" value="">
          <mxGeometry relative="1" as="geometry" />
        </mxCell>
        <mxCell id="P7TJZT1PVnBYbLh7lMs1-31" edge="1" parent="1" source="P7TJZT1PVnBYbLh7lMs1-24" style="edgeStyle=orthogonalEdgeStyle;rounded=0;orthogonalLoop=1;jettySize=auto;html=1;" target="P7TJZT1PVnBYbLh7lMs1-30" value="">
          <mxGeometry relative="1" as="geometry" />
        </mxCell>
        <mxCell id="P7TJZT1PVnBYbLh7lMs1-24" parent="1" style="rhombus;whiteSpace=wrap;html=1;rounded=0;" value="schedule match?" vertex="1">
          <mxGeometry height="115" width="110" x="3510" y="2409.37" as="geometry" />
        </mxCell>
        <mxCell id="P7TJZT1PVnBYbLh7lMs1-28" parent="1" style="whiteSpace=wrap;html=1;rounded=0;" value="/loan/openAccount&amp;nbsp;" vertex="1">
          <mxGeometry height="60" width="155" x="3695" y="2436.87" as="geometry" />
        </mxCell>
        <mxCell id="P7TJZT1PVnBYbLh7lMs1-30" parent="1" style="whiteSpace=wrap;html=1;rounded=0;" value="/loan/&lt;span style=&quot;background-color: rgb(252, 246, 219); color: rgb(0, 0, 0); font-family: &amp;quot;Anonymous Pro&amp;quot;, Menlo, Consolas, &amp;quot;Bitstream Vera Sans Mono&amp;quot;, &amp;quot;Courier New&amp;quot;, monospace; font-size: 0.9em; text-align: start;&quot;&gt;updateNrsSchedule&lt;/span&gt;" vertex="1">
          <mxGeometry height="60" width="195" x="3467.5" y="2631.87" as="geometry" />
        </mxCell>
        <mxCell id="P7TJZT1PVnBYbLh7lMs1-32" parent="1" style="rhombus;whiteSpace=wrap;html=1;rounded=0;" value="product match&lt;br&gt;amount match&lt;br&gt;status = active" vertex="1">
          <mxGeometry height="213.13" width="213.13" x="2918.43" y="2696.87" as="geometry" />
        </mxCell>
      </root>
    </mxGraphModel>
  </diagram>
</mxfile>
